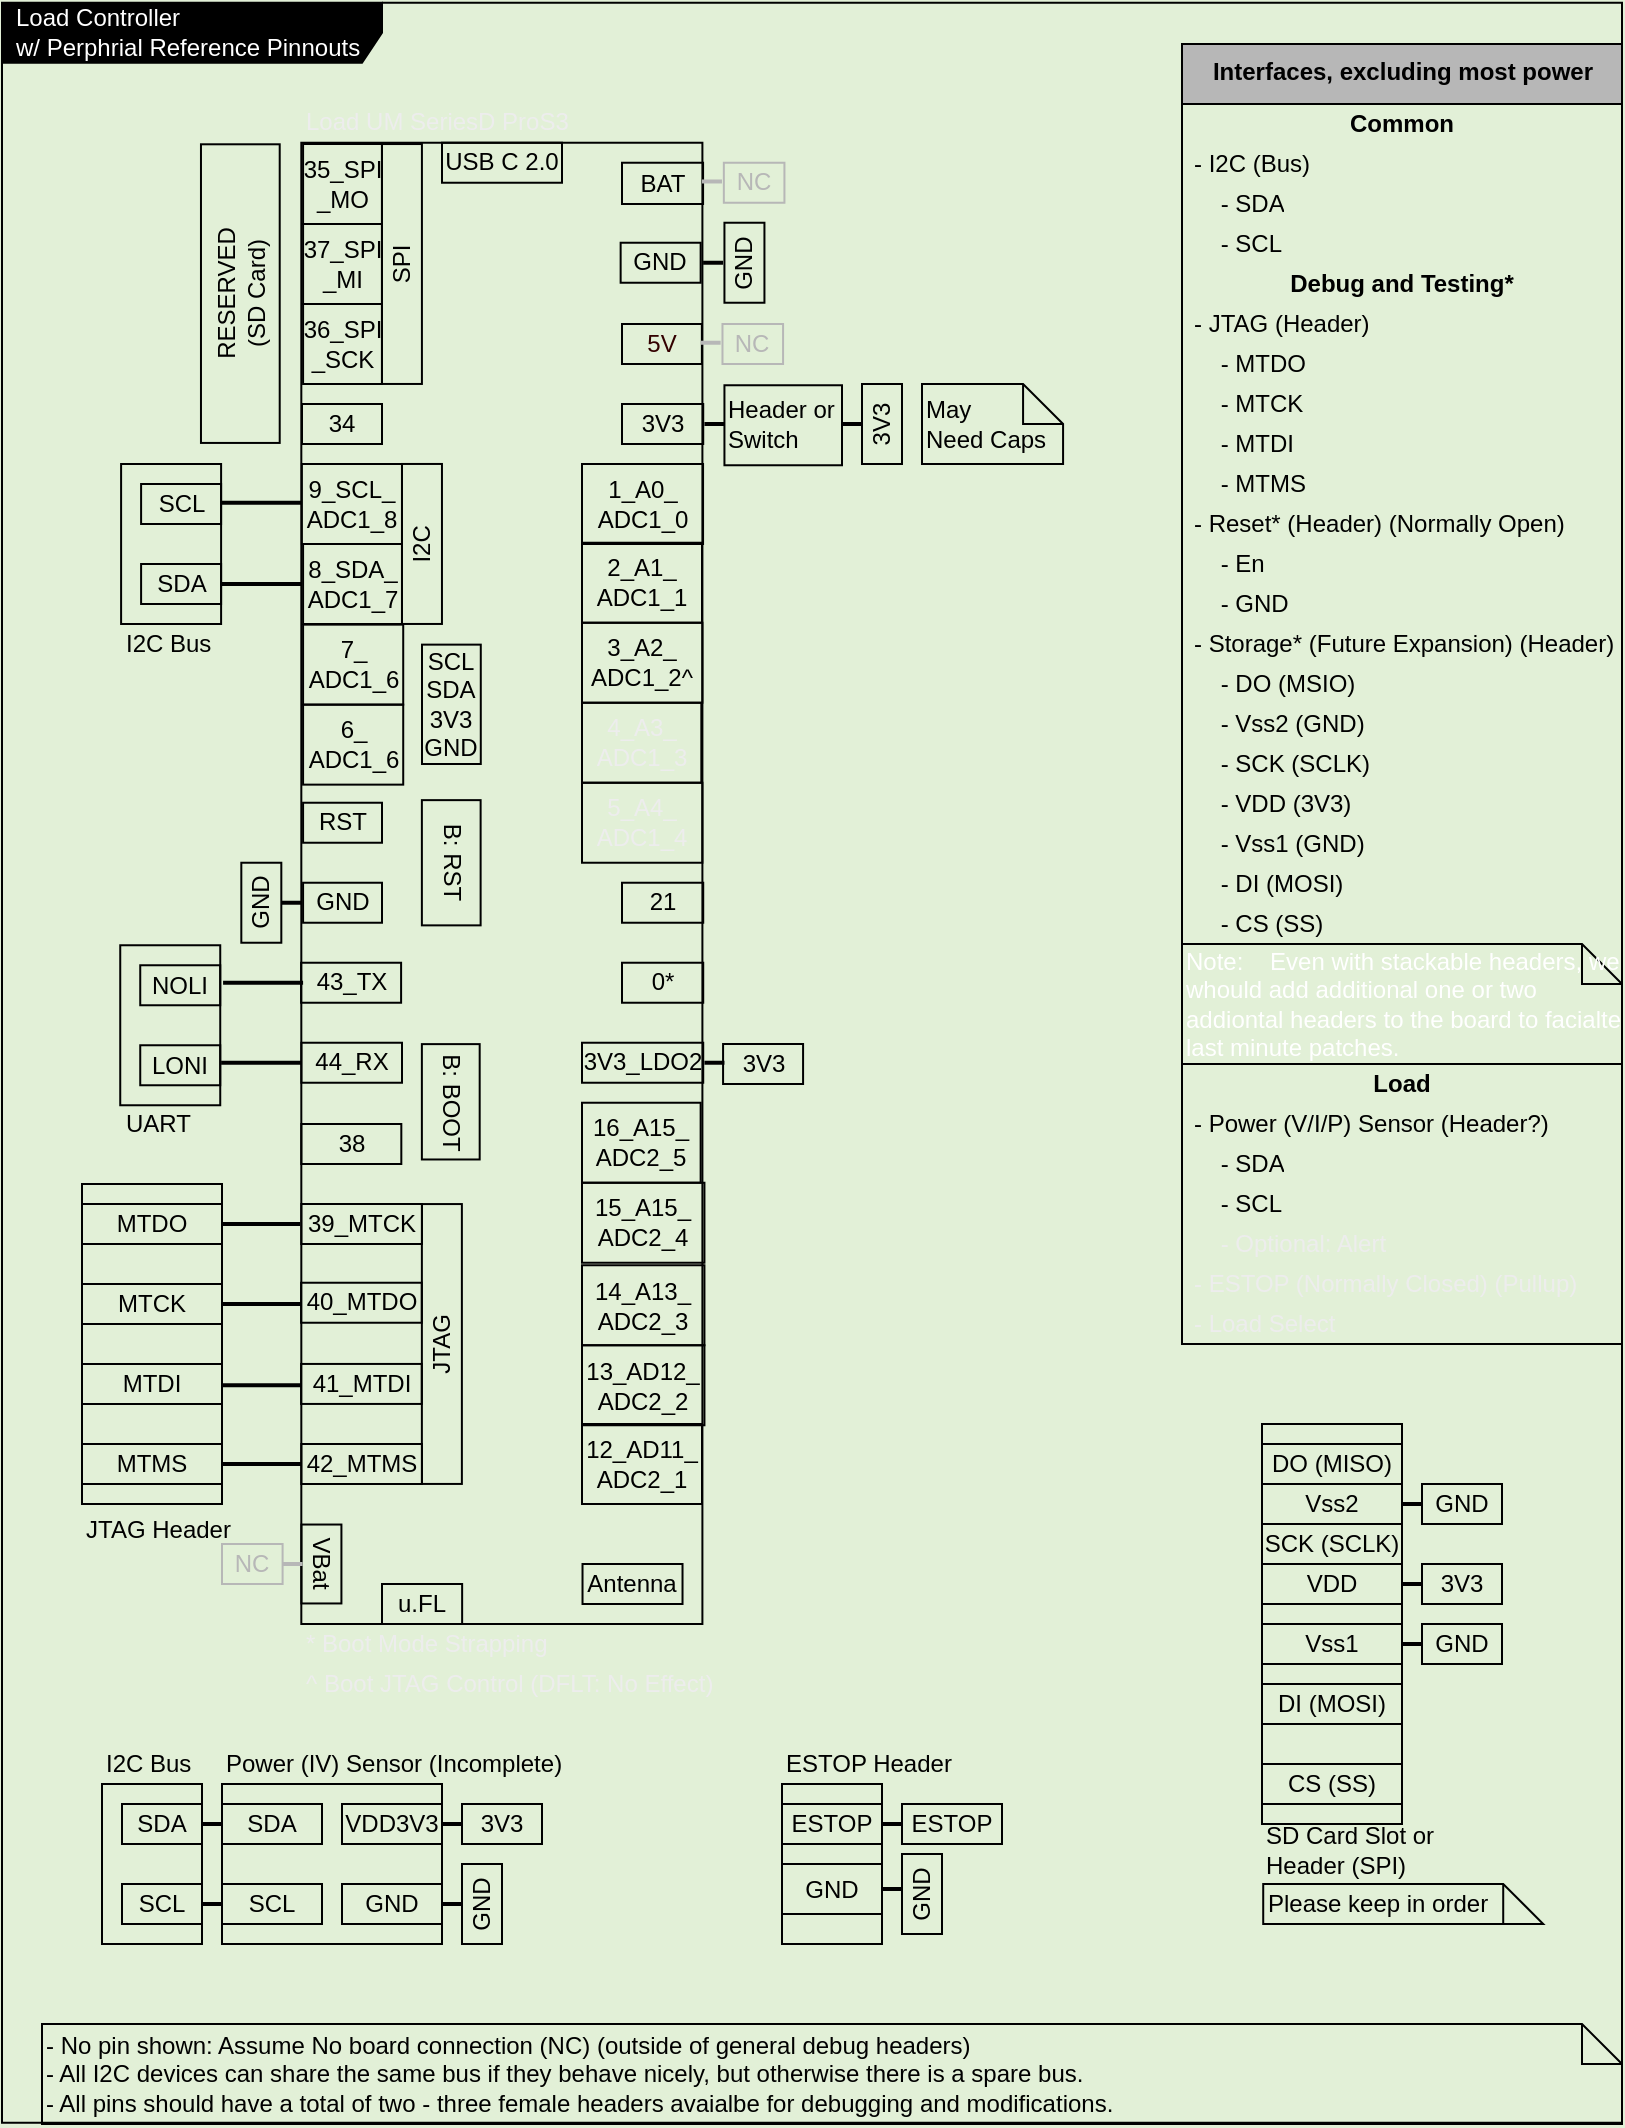
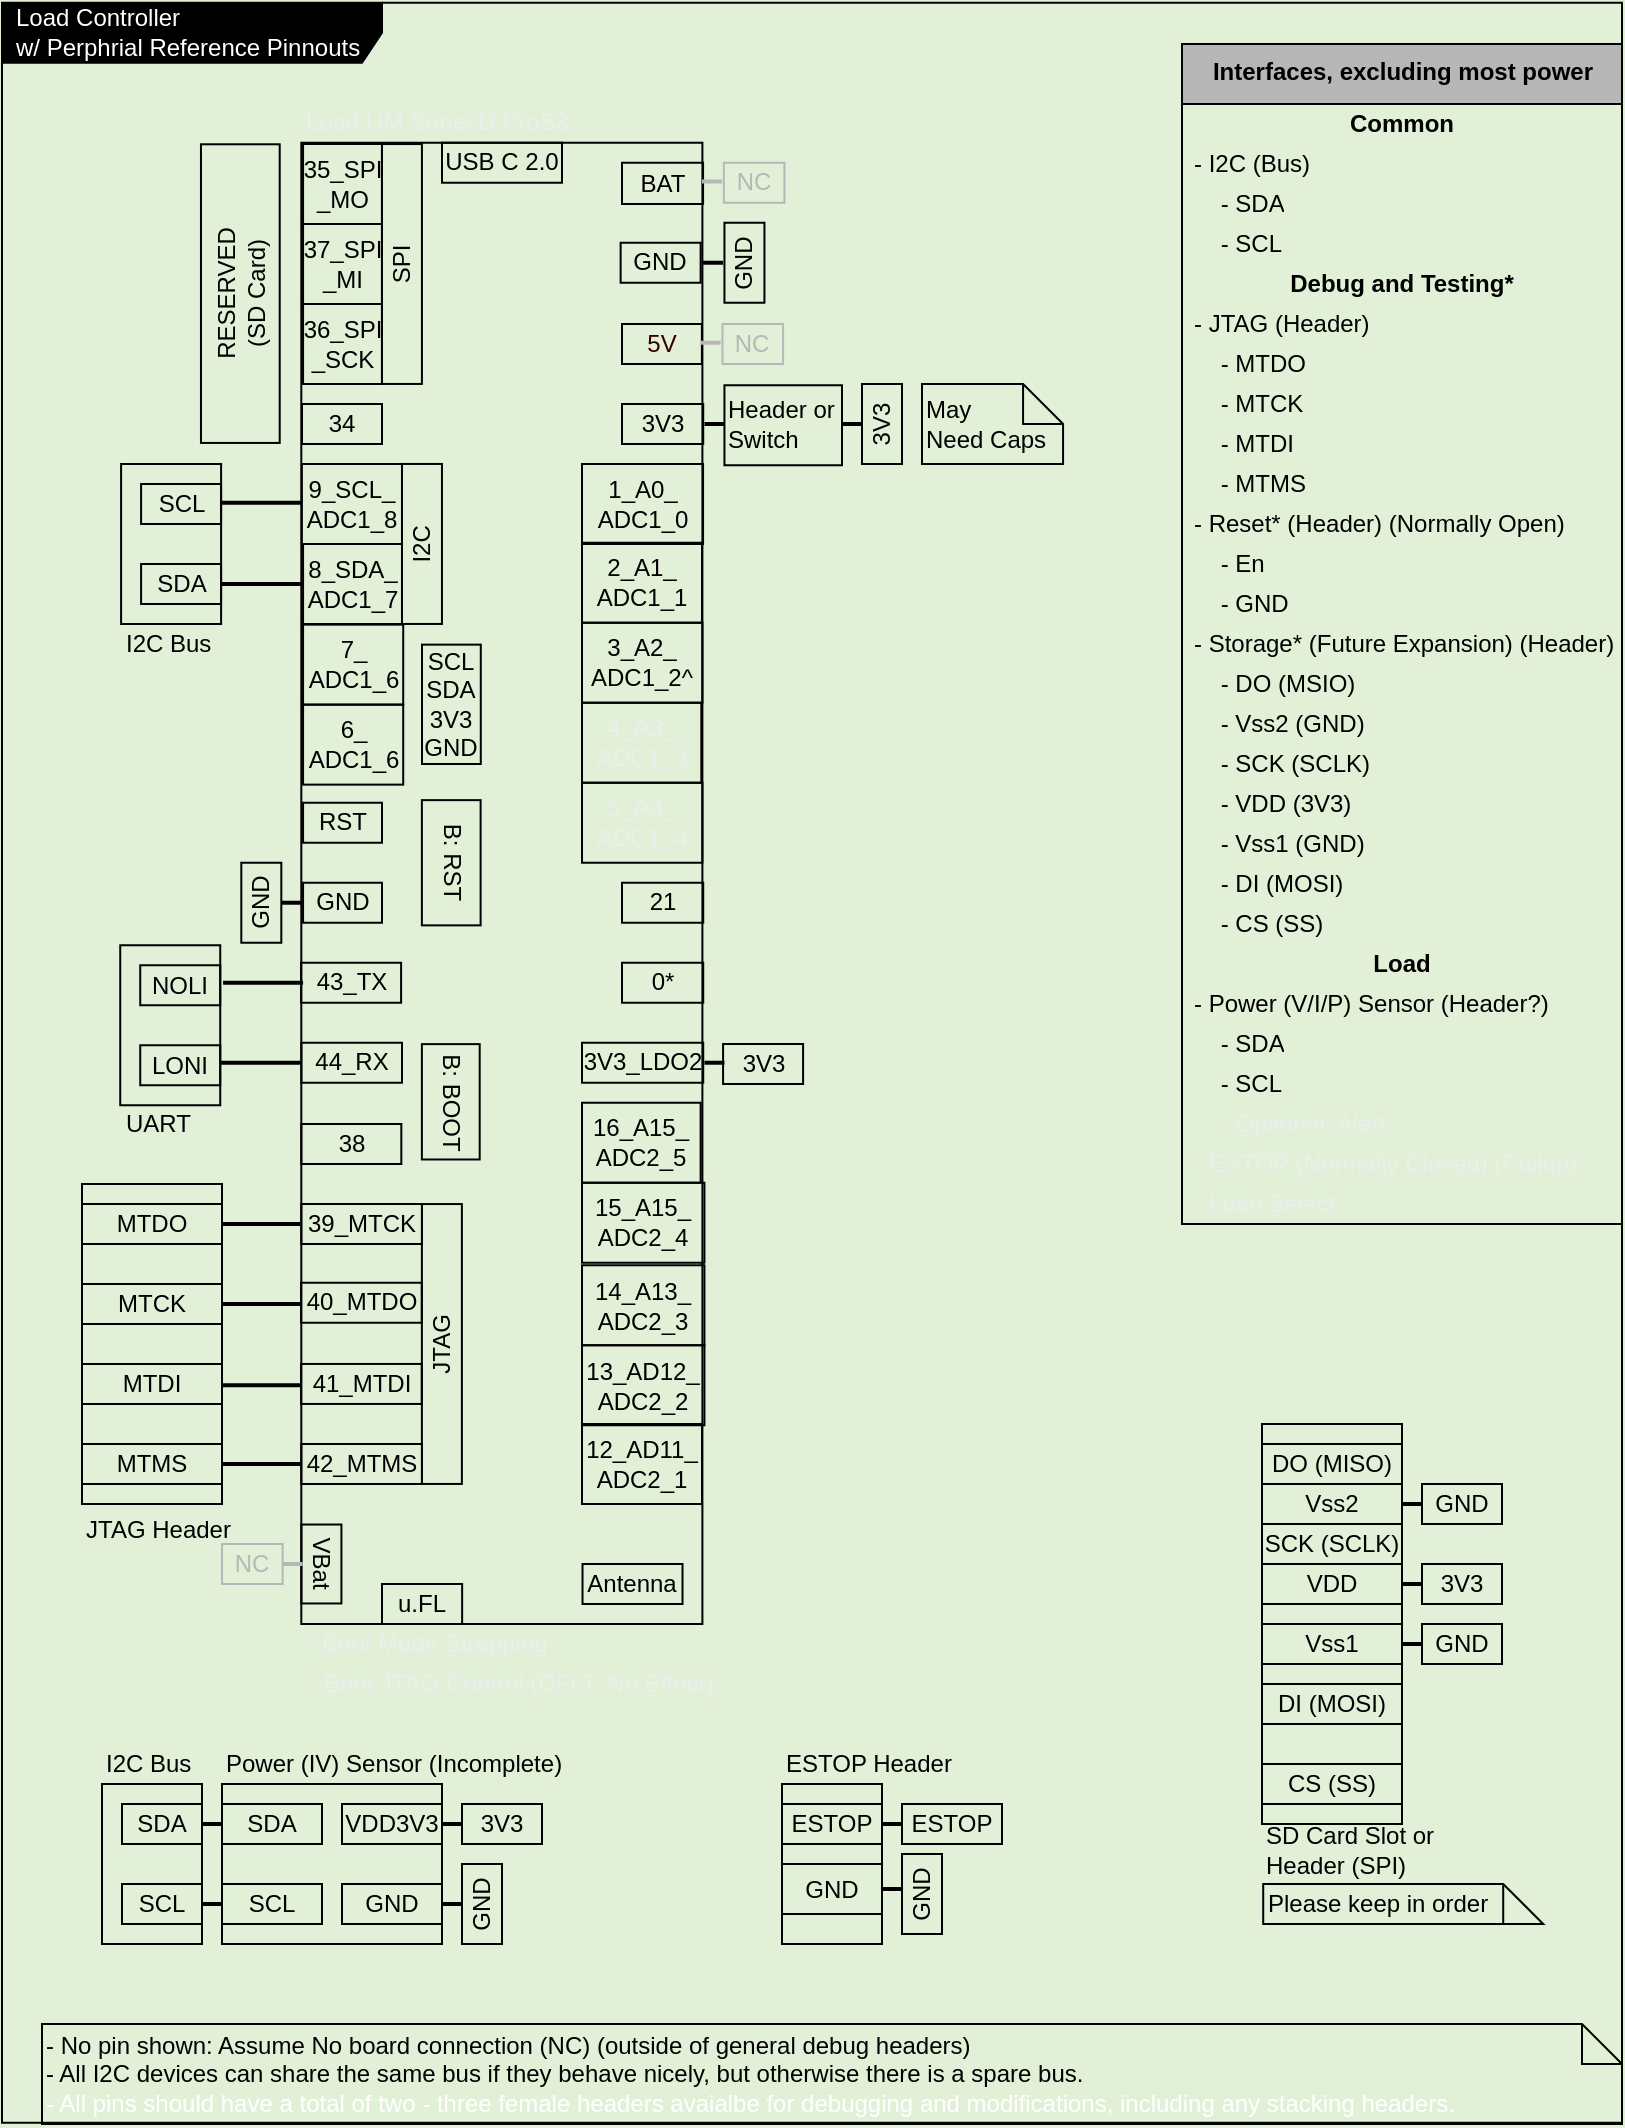
<mxfile host="65bd71144e">
    <diagram id="xW1vHMj48wwB0oUlumkL" name="Page-1">
-         <mxGraphModel dx="2023" dy="952" grid="1" gridSize="10" guides="1" tooltips="1" connect="1" arrows="1" fold="1" page="1" pageScale="1" pageWidth="850" pageHeight="1100" background="#E2F0D7" math="0" shadow="0">
+         <mxGraphModel dx="1428" dy="672" grid="1" gridSize="10" guides="1" tooltips="1" connect="1" arrows="1" fold="1" page="1" pageScale="1" pageWidth="850" pageHeight="1100" background="#E2F0D7" math="0" shadow="0">
            <root>
                <mxCell id="0"/>
                <mxCell id="1" parent="0"/>
                <mxCell id="1052" value="" style="group" vertex="1" connectable="0" parent="1">
                    <mxGeometry x="640" y="690" width="180" height="379.37" as="geometry"/>
                </mxCell>
                <mxCell id="820" value="" style="group" parent="1052" vertex="1" connectable="0">
                    <mxGeometry width="180" height="379.37" as="geometry"/>
                </mxCell>
                <mxCell id="821" value="" style="rounded=0;whiteSpace=wrap;html=1;fillColor=none;strokeColor=#000000;fontColor=#000000;container=0;" parent="820" vertex="1">
                    <mxGeometry y="30" width="70" height="200" as="geometry"/>
                </mxCell>
                <mxCell id="822" value="CS (SS)" style="text;html=1;strokeColor=#000000;fillColor=none;align=center;verticalAlign=middle;whiteSpace=wrap;rounded=0;fontColor=#000000;container=0;" parent="820" vertex="1">
                    <mxGeometry y="200" width="70" height="20" as="geometry"/>
                </mxCell>
                <mxCell id="823" value="Vss2" style="text;html=1;strokeColor=#000000;fillColor=none;align=center;verticalAlign=middle;whiteSpace=wrap;rounded=0;fontColor=#000000;container=0;" parent="820" vertex="1">
                    <mxGeometry y="60" width="70" height="20" as="geometry"/>
                </mxCell>
                <mxCell id="824" value="DI (MOSI)" style="text;html=1;strokeColor=#000000;fillColor=none;align=center;verticalAlign=middle;whiteSpace=wrap;rounded=0;fontColor=#000000;container=0;" parent="820" vertex="1">
                    <mxGeometry y="160" width="70" height="20" as="geometry"/>
                </mxCell>
                <mxCell id="825" value="SCK (SCLK)" style="text;html=1;strokeColor=#000000;fillColor=none;align=center;verticalAlign=middle;whiteSpace=wrap;rounded=0;fontColor=#000000;container=0;" parent="820" vertex="1">
                    <mxGeometry y="80" width="70" height="20" as="geometry"/>
                </mxCell>
                <mxCell id="826" value="DO (MISO)" style="text;html=1;strokeColor=#000000;fillColor=none;align=center;verticalAlign=middle;whiteSpace=wrap;rounded=0;fontColor=#000000;container=0;" parent="820" vertex="1">
                    <mxGeometry y="40" width="70" height="20" as="geometry"/>
                </mxCell>
                <mxCell id="827" value="VDD" style="text;html=1;strokeColor=#000000;fillColor=none;align=center;verticalAlign=middle;whiteSpace=wrap;rounded=0;fontColor=#000000;container=0;" parent="820" vertex="1">
                    <mxGeometry y="100" width="70" height="20" as="geometry"/>
                </mxCell>
                <mxCell id="828" value="" style="line;strokeWidth=2;html=1;strokeColor=#000000;fontColor=#000000;container=0;" parent="820" vertex="1">
                    <mxGeometry x="70" y="65" width="10" height="10" as="geometry"/>
                </mxCell>
                <mxCell id="829" value="" style="line;strokeWidth=2;html=1;strokeColor=#000000;fontColor=#000000;container=0;" parent="820" vertex="1">
                    <mxGeometry x="70" y="105" width="10" height="10" as="geometry"/>
                </mxCell>
                <mxCell id="830" value="" style="line;strokeWidth=2;html=1;strokeColor=#000000;fontColor=#000000;container=0;" parent="820" vertex="1">
                    <mxGeometry x="70" y="135" width="10" height="10" as="geometry"/>
                </mxCell>
                <mxCell id="831" value="Vss1" style="text;html=1;strokeColor=#000000;fillColor=none;align=center;verticalAlign=middle;whiteSpace=wrap;rounded=0;fontColor=#000000;container=0;" parent="820" vertex="1">
                    <mxGeometry y="130" width="70" height="20" as="geometry"/>
                </mxCell>
                <mxCell id="832" value="GND" style="text;html=1;strokeColor=#000000;fillColor=none;align=center;verticalAlign=middle;whiteSpace=wrap;rounded=0;fontColor=#000000;rotation=0;container=0;" parent="820" vertex="1">
                    <mxGeometry x="80" y="60" width="40" height="20" as="geometry"/>
                </mxCell>
                <mxCell id="833" value="3V3" style="text;html=1;strokeColor=#000000;fillColor=none;align=center;verticalAlign=middle;whiteSpace=wrap;rounded=0;fontColor=#000000;container=0;" parent="820" vertex="1">
                    <mxGeometry x="80" y="100" width="40" height="20" as="geometry"/>
                </mxCell>
                <mxCell id="834" value="GND" style="text;html=1;strokeColor=#000000;fillColor=none;align=center;verticalAlign=middle;whiteSpace=wrap;rounded=0;fontColor=#000000;rotation=0;container=0;" parent="820" vertex="1">
                    <mxGeometry x="80" y="130" width="40" height="20" as="geometry"/>
                </mxCell>
                <mxCell id="835" value="SD Card Slot or Header (SPI)" style="text;html=1;strokeColor=none;fillColor=none;align=left;verticalAlign=middle;whiteSpace=wrap;rounded=0;fontColor=#000000;container=0;" parent="820" vertex="1">
                    <mxGeometry y="230" width="90" height="25" as="geometry"/>
                </mxCell>
                <mxCell id="1039" value="&lt;font color=&quot;#ffffff&quot;&gt;Load Controller&lt;br&gt;w/ Perphrial Reference Pinnouts&lt;/font&gt;" style="shape=umlFrame;whiteSpace=wrap;html=1;width=190;height=30;boundedLbl=1;verticalAlign=middle;align=left;spacingLeft=5;fontColor=#000000;strokeColor=#000000;fillColor=#000000;gradientColor=#000000;fillStyle=solid;movable=1;resizable=1;rotatable=1;deletable=1;editable=1;connectable=1;fontStyle=4" vertex="1" parent="820">
                    <mxGeometry x="-630" y="-680.63" width="810" height="1060" as="geometry"/>
                </mxCell>
                <mxCell id="1057" value="&lt;span&gt;&lt;font style=&quot;color: light-dark(rgb(237, 237, 237), rgb(255, 255, 255));&quot;&gt;^ Boot JTAG Control (DFLT: No Effect)&lt;/font&gt;&lt;/span&gt;" style="text;html=1;strokeColor=none;fillColor=none;align=left;verticalAlign=middle;whiteSpace=wrap;rounded=0;fontColor=#000000;" vertex="1" parent="820">
                    <mxGeometry x="-480" y="150" width="210" height="20" as="geometry"/>
                </mxCell>
                <mxCell id="836" value="Please keep in order" style="shape=note;size=20;whiteSpace=wrap;html=1;strokeColor=#000000;fontColor=#000000;fillColor=none;align=left;container=0;" parent="1052" vertex="1">
                    <mxGeometry x="0.6100000000000136" y="260" width="140" height="20" as="geometry"/>
                </mxCell>
                <mxCell id="40" value="&lt;span style=&quot;color: rgba(0, 0, 0, 0); font-family: monospace; font-size: 0px; text-align: start;&quot;&gt;%3CmxGraphModel%3E%3Croot%3E%3CmxCell%20id%3D%220%22%2F%3E%3CmxCell%20id%3D%221%22%20parent%3D%220%22%2F%3E%3CmxCell%20id%3D%222%22%20value%3D%22Common%22%20style%3D%22text%3Bhtml%3D1%3BstrokeColor%3Dnone%3BfillColor%3Dnone%3Balign%3Dcenter%3BverticalAlign%3Dmiddle%3BspacingLeft%3D4%3BspacingRight%3D4%3Boverflow%3Dhidden%3Brotatable%3D0%3Bpoints%3D%5B%5B0%2C0.5%5D%2C%5B1%2C0.5%5D%5D%3BportConstraint%3Deastwest%3BfontColor%3D%23000000%3B%22%20vertex%3D%221%22%20parent%3D%221%22%3E%3CmxGeometry%20x%3D%22530%22%20y%3D%2280%22%20width%3D%22272.5%22%20height%3D%2220%22%20as%3D%22geometry%22%2F%3E%3C%2FmxCell%3E%3C%2Froot%3E%3C%2FmxGraphModel%3E&lt;/span&gt;" style="rounded=0;whiteSpace=wrap;html=1;fillColor=none;strokeColor=#000000;fontColor=#000000;" parent="1" vertex="1">
                    <mxGeometry x="159.66" y="79.37" width="200.54" height="740.63" as="geometry"/>
                </mxCell>
                <mxCell id="41" value="&lt;font style=&quot;color: light-dark(rgb(0, 0, 0), rgb(255, 255, 255));&quot;&gt;35_&lt;/font&gt;&lt;span style=&quot;background-color: transparent;&quot;&gt;&lt;font style=&quot;color: light-dark(rgb(0, 0, 0), rgb(255, 255, 255));&quot;&gt;SPI&lt;/font&gt;&lt;/span&gt;&lt;div&gt;&lt;span style=&quot;background-color: transparent;&quot;&gt;&lt;font style=&quot;color: light-dark(rgb(0, 0, 0), rgb(255, 255, 255));&quot;&gt;_MO&lt;/font&gt;&lt;/span&gt;&lt;/div&gt;" style="text;html=1;strokeColor=#000000;fillColor=none;align=center;verticalAlign=middle;whiteSpace=wrap;rounded=0;fontColor=#000000;" parent="1" vertex="1">
                    <mxGeometry x="160.54" y="80" width="39.46" height="40" as="geometry"/>
                </mxCell>
                <mxCell id="45" value="&lt;span&gt;&lt;font style=&quot;color: light-dark(rgb(237, 237, 237), rgb(255, 255, 255));&quot;&gt;Load UM SeriesD ProS3&lt;/font&gt;&lt;/span&gt;" style="text;html=1;strokeColor=none;fillColor=none;align=left;verticalAlign=middle;whiteSpace=wrap;rounded=0;fontColor=#000000;" parent="1" vertex="1">
                    <mxGeometry x="160" y="59.37" width="200.54" height="20" as="geometry"/>
                </mxCell>
                <mxCell id="46" value="21" style="text;html=1;strokeColor=#000000;fillColor=none;align=center;verticalAlign=middle;whiteSpace=wrap;rounded=0;fontColor=#000000;" parent="1" vertex="1">
                    <mxGeometry x="320" y="449.37" width="40.61" height="20" as="geometry"/>
                </mxCell>
                <mxCell id="50" value="34" style="text;html=1;strokeColor=#000000;fillColor=none;align=center;verticalAlign=middle;whiteSpace=wrap;rounded=0;fontColor=#000000;" parent="1" vertex="1">
                    <mxGeometry x="159.99999999999997" y="210" width="40" height="20" as="geometry"/>
                </mxCell>
                <mxCell id="62" value="&lt;font style=&quot;color: light-dark(rgb(0, 0, 0), rgb(255, 255, 255));&quot;&gt;37_&lt;/font&gt;&lt;span style=&quot;background-color: transparent;&quot;&gt;&lt;font style=&quot;color: light-dark(rgb(0, 0, 0), rgb(255, 255, 255));&quot;&gt;SPI&lt;/font&gt;&lt;/span&gt;&lt;div&gt;&lt;font style=&quot;color: light-dark(rgb(0, 0, 0), rgb(255, 255, 255));&quot;&gt;_MI&lt;/font&gt;&lt;/div&gt;" style="text;html=1;strokeColor=#000000;fillColor=none;align=center;verticalAlign=middle;whiteSpace=wrap;rounded=0;fontColor=#000000;" parent="1" vertex="1">
                    <mxGeometry x="160.54" y="120" width="39.46" height="40" as="geometry"/>
                </mxCell>
                <mxCell id="64" value="&lt;font style=&quot;color: light-dark(rgb(0, 0, 0), rgb(255, 255, 255));&quot;&gt;36_&lt;/font&gt;&lt;span style=&quot;background-color: transparent;&quot;&gt;&lt;font style=&quot;color: light-dark(rgb(0, 0, 0), rgb(255, 255, 255));&quot;&gt;SPI&lt;/font&gt;&lt;/span&gt;&lt;div&gt;&lt;span style=&quot;background-color: transparent;&quot;&gt;&lt;font style=&quot;color: light-dark(rgb(0, 0, 0), rgb(255, 255, 255));&quot;&gt;_&lt;/font&gt;&lt;/span&gt;&lt;span style=&quot;background-color: transparent;&quot;&gt;&lt;font style=&quot;color: light-dark(rgb(0, 0, 0), rgb(255, 255, 255));&quot;&gt;SCK&lt;/font&gt;&lt;/span&gt;&lt;/div&gt;" style="text;html=1;strokeColor=#000000;fillColor=none;align=center;verticalAlign=middle;whiteSpace=wrap;rounded=0;fontColor=#000000;" parent="1" vertex="1">
                    <mxGeometry x="160.54" y="160" width="39.46" height="40" as="geometry"/>
                </mxCell>
                <mxCell id="66" value="RST" style="text;html=1;strokeColor=#000000;fillColor=none;align=center;verticalAlign=middle;whiteSpace=wrap;rounded=0;fontColor=#000000;" parent="1" vertex="1">
                    <mxGeometry x="160.54" y="409.37" width="39.46" height="20" as="geometry"/>
                </mxCell>
                <mxCell id="73" value="1_A0_&lt;br&gt;ADC1_0" style="text;html=1;strokeColor=#000000;fillColor=none;align=center;verticalAlign=middle;whiteSpace=wrap;rounded=0;fontColor=#000000;" parent="1" vertex="1">
                    <mxGeometry x="300" y="240" width="60.53" height="40" as="geometry"/>
                </mxCell>
                <mxCell id="110" value="&lt;span&gt;&lt;font style=&quot;color: light-dark(rgb(237, 237, 237), rgb(255, 255, 255));&quot;&gt;5_A4_&lt;br&gt;ADC1_4&lt;/font&gt;&lt;/span&gt;" style="text;html=1;strokeColor=#000000;fillColor=none;align=center;verticalAlign=middle;whiteSpace=wrap;rounded=0;fontColor=#000000;" parent="1" vertex="1">
                    <mxGeometry x="300" y="399.37" width="60.2" height="40" as="geometry"/>
                </mxCell>
                <mxCell id="111" value="43_TX" style="text;html=1;strokeColor=#000000;fillColor=none;align=center;verticalAlign=middle;whiteSpace=wrap;rounded=0;fontColor=#000000;" parent="1" vertex="1">
                    <mxGeometry x="159.54999999999995" y="489.37" width="50" height="20" as="geometry"/>
                </mxCell>
                <mxCell id="113" value="44_RX" style="text;html=1;strokeColor=#000000;fillColor=none;align=center;verticalAlign=middle;whiteSpace=wrap;rounded=0;fontColor=#000000;" parent="1" vertex="1">
                    <mxGeometry x="159.69" y="529.37" width="50.31" height="20" as="geometry"/>
                </mxCell>
                <mxCell id="115" value="5V" style="text;html=1;strokeColor=#000000;fillColor=none;align=center;verticalAlign=middle;whiteSpace=wrap;rounded=0;fontColor=#330000;" parent="1" vertex="1">
                    <mxGeometry x="320" y="170" width="39.94" height="20" as="geometry"/>
                </mxCell>
                <mxCell id="131" value="USB C 2.0" style="text;html=1;strokeColor=#000000;fillColor=none;align=center;verticalAlign=middle;whiteSpace=wrap;rounded=0;fontColor=#000000;" parent="1" vertex="1">
                    <mxGeometry x="230" y="79.37" width="60" height="20" as="geometry"/>
                </mxCell>
                <mxCell id="297" value="&lt;font style=&quot;color: light-dark(rgb(0, 0, 0), rgb(255, 255, 255));&quot;&gt;&lt;b style=&quot;&quot;&gt;Interfaces, excluding most power&lt;/b&gt;&lt;/font&gt;" style="swimlane;fontStyle=0;align=center;verticalAlign=top;childLayout=stackLayout;horizontal=1;startSize=30;horizontalStack=0;resizeParent=1;resizeParentMax=0;resizeLast=0;collapsible=0;marginBottom=0;html=1;fontColor=#000000;strokeColor=#000000;fillColor=#b7b7b7;" parent="1" vertex="1">
-                     <mxGeometry x="600" y="30" width="220" height="650" as="geometry"/>
+                     <mxGeometry x="600" y="30" width="220" height="590" as="geometry"/>
                </mxCell>
                <mxCell id="298" value="&lt;b&gt;&lt;font style=&quot;color: light-dark(rgb(0, 0, 0), rgb(255, 255, 255));&quot;&gt;Common&lt;/font&gt;&lt;/b&gt;" style="text;html=1;strokeColor=none;fillColor=none;align=center;verticalAlign=middle;spacingLeft=4;spacingRight=4;overflow=hidden;rotatable=0;points=[[0,0.5],[1,0.5]];portConstraint=eastwest;fontColor=#000000;" parent="297" vertex="1">
                    <mxGeometry y="30" width="220" height="20" as="geometry"/>
                </mxCell>
                <mxCell id="299" value="- I2C (Bus)" style="text;html=1;align=left;verticalAlign=middle;spacingLeft=4;spacingRight=4;overflow=hidden;rotatable=0;points=[[0,0.5],[1,0.5]];portConstraint=eastwest;fontColor=#000000;strokeColor=none;" parent="297" vertex="1">
                    <mxGeometry y="50" width="220" height="20" as="geometry"/>
                </mxCell>
                <mxCell id="300" value="&amp;nbsp; &amp;nbsp; - SDA" style="text;html=1;align=left;verticalAlign=middle;spacingLeft=4;spacingRight=4;overflow=hidden;rotatable=0;points=[[0,0.5],[1,0.5]];portConstraint=eastwest;fontColor=#000000;strokeColor=none;" parent="297" vertex="1">
                    <mxGeometry y="70" width="220" height="20" as="geometry"/>
                </mxCell>
                <mxCell id="301" value="&amp;nbsp; &amp;nbsp; - SCL" style="text;html=1;align=left;verticalAlign=middle;spacingLeft=4;spacingRight=4;overflow=hidden;rotatable=0;points=[[0,0.5],[1,0.5]];portConstraint=eastwest;fontColor=#000000;strokeColor=none;" parent="297" vertex="1">
                    <mxGeometry y="90" width="220" height="20" as="geometry"/>
                </mxCell>
                <mxCell id="302" value="&lt;b&gt;&lt;font style=&quot;color: light-dark(rgb(0, 0, 0), rgb(255, 255, 255));&quot;&gt;Debug and Testing*&lt;/font&gt;&lt;/b&gt;" style="text;html=1;strokeColor=none;fillColor=none;align=center;verticalAlign=middle;spacingLeft=4;spacingRight=4;overflow=hidden;rotatable=0;points=[[0,0.5],[1,0.5]];portConstraint=eastwest;fontColor=#000000;" parent="297" vertex="1">
                    <mxGeometry y="110" width="220" height="20" as="geometry"/>
                </mxCell>
                <mxCell id="309" value="- JTAG (Header)" style="text;html=1;align=left;verticalAlign=middle;spacingLeft=4;spacingRight=4;overflow=hidden;rotatable=0;points=[[0,0.5],[1,0.5]];portConstraint=eastwest;fontColor=#000000;strokeColor=none;" parent="297" vertex="1">
                    <mxGeometry y="130" width="220" height="20" as="geometry"/>
                </mxCell>
                <mxCell id="313" value="&amp;nbsp; &amp;nbsp; - MTDO" style="text;html=1;align=left;verticalAlign=middle;spacingLeft=4;spacingRight=4;overflow=hidden;rotatable=0;points=[[0,0.5],[1,0.5]];portConstraint=eastwest;fontColor=#000000;strokeColor=none;" parent="297" vertex="1">
                    <mxGeometry y="150" width="220" height="20" as="geometry"/>
                </mxCell>
                <mxCell id="314" value="&amp;nbsp; &amp;nbsp; - MTCK" style="text;html=1;align=left;verticalAlign=middle;spacingLeft=4;spacingRight=4;overflow=hidden;rotatable=0;points=[[0,0.5],[1,0.5]];portConstraint=eastwest;fontColor=#000000;strokeColor=none;" parent="297" vertex="1">
                    <mxGeometry y="170" width="220" height="20" as="geometry"/>
                </mxCell>
                <mxCell id="315" value="&amp;nbsp; &amp;nbsp; - MTDI" style="text;html=1;align=left;verticalAlign=middle;spacingLeft=4;spacingRight=4;overflow=hidden;rotatable=0;points=[[0,0.5],[1,0.5]];portConstraint=eastwest;fontColor=#000000;strokeColor=none;" parent="297" vertex="1">
                    <mxGeometry y="190" width="220" height="20" as="geometry"/>
                </mxCell>
                <mxCell id="310" value="&amp;nbsp; &amp;nbsp; - MTMS" style="text;html=1;align=left;verticalAlign=middle;spacingLeft=4;spacingRight=4;overflow=hidden;rotatable=0;points=[[0,0.5],[1,0.5]];portConstraint=eastwest;fontColor=#000000;strokeColor=none;" parent="297" vertex="1">
                    <mxGeometry y="210" width="220" height="20" as="geometry"/>
                </mxCell>
                <mxCell id="303" value="- Reset* (Header) (Normally Open)" style="text;html=1;align=left;verticalAlign=middle;spacingLeft=4;spacingRight=4;overflow=hidden;rotatable=0;points=[[0,0.5],[1,0.5]];portConstraint=eastwest;fontColor=#000000;strokeColor=none;" parent="297" vertex="1">
                    <mxGeometry y="230" width="220" height="20" as="geometry"/>
                </mxCell>
                <mxCell id="304" value="&amp;nbsp; &amp;nbsp; - En" style="text;html=1;align=left;verticalAlign=middle;spacingLeft=4;spacingRight=4;overflow=hidden;rotatable=0;points=[[0,0.5],[1,0.5]];portConstraint=eastwest;fontColor=#000000;strokeColor=none;" parent="297" vertex="1">
                    <mxGeometry y="250" width="220" height="20" as="geometry"/>
                </mxCell>
                <mxCell id="305" value="&amp;nbsp; &amp;nbsp; - GND" style="text;html=1;align=left;verticalAlign=middle;spacingLeft=4;spacingRight=4;overflow=hidden;rotatable=0;points=[[0,0.5],[1,0.5]];portConstraint=eastwest;fontColor=#000000;strokeColor=none;" parent="297" vertex="1">
                    <mxGeometry y="270" width="220" height="20" as="geometry"/>
                </mxCell>
                <mxCell id="316" value="- Storage* (Future Expansion) (Header)" style="text;html=1;align=left;verticalAlign=middle;spacingLeft=4;spacingRight=4;overflow=hidden;rotatable=0;points=[[0,0.5],[1,0.5]];portConstraint=eastwest;fontColor=#000000;strokeColor=none;" parent="297" vertex="1">
                    <mxGeometry y="290" width="220" height="20" as="geometry"/>
                </mxCell>
                <mxCell id="317" value="&lt;font style=&quot;&quot;&gt;&lt;font style=&quot;color: light-dark(rgb(0, 0, 0), rgb(255, 255, 255));&quot;&gt;&amp;nbsp; &amp;nbsp; -&amp;nbsp;&lt;/font&gt;&lt;span style=&quot;text-align: center;&quot;&gt;&lt;font style=&quot;color: light-dark(rgb(0, 0, 0), rgb(255, 255, 255));&quot;&gt;DO (MSIO)&lt;/font&gt;&lt;/span&gt;&lt;/font&gt;" style="text;html=1;align=left;verticalAlign=middle;spacingLeft=4;spacingRight=4;overflow=hidden;rotatable=0;points=[[0,0.5],[1,0.5]];portConstraint=eastwest;fontColor=#000000;strokeColor=none;" parent="297" vertex="1">
                    <mxGeometry y="310" width="220" height="20" as="geometry"/>
                </mxCell>
                <mxCell id="318" value="&amp;nbsp; &amp;nbsp; - Vss2 (GND)" style="text;html=1;align=left;verticalAlign=middle;spacingLeft=4;spacingRight=4;overflow=hidden;rotatable=0;points=[[0,0.5],[1,0.5]];portConstraint=eastwest;fontColor=#000000;strokeColor=none;" parent="297" vertex="1">
                    <mxGeometry y="330" width="220" height="20" as="geometry"/>
                </mxCell>
                <mxCell id="319" value="&lt;font&gt;&lt;font style=&quot;color: light-dark(rgb(0, 0, 0), rgb(255, 255, 255));&quot;&gt;&amp;nbsp; &amp;nbsp; -&amp;nbsp;&lt;/font&gt;&lt;span style=&quot;text-align: center;&quot;&gt;&lt;font style=&quot;color: light-dark(rgb(0, 0, 0), rgb(255, 255, 255));&quot;&gt;SCK (SCLK)&lt;/font&gt;&lt;/span&gt;&lt;/font&gt;" style="text;html=1;align=left;verticalAlign=middle;spacingLeft=4;spacingRight=4;overflow=hidden;rotatable=0;points=[[0,0.5],[1,0.5]];portConstraint=eastwest;fontColor=#000000;strokeColor=none;" parent="297" vertex="1">
                    <mxGeometry y="350" width="220" height="20" as="geometry"/>
                </mxCell>
                <mxCell id="320" value="&amp;nbsp; &amp;nbsp; - VDD (3V3)" style="text;html=1;align=left;verticalAlign=middle;spacingLeft=4;spacingRight=4;overflow=hidden;rotatable=0;points=[[0,0.5],[1,0.5]];portConstraint=eastwest;fontColor=#000000;strokeColor=none;" parent="297" vertex="1">
                    <mxGeometry y="370" width="220" height="20" as="geometry"/>
                </mxCell>
                <mxCell id="321" value="&amp;nbsp; &amp;nbsp; - Vss1 (GND)" style="text;html=1;align=left;verticalAlign=middle;spacingLeft=4;spacingRight=4;overflow=hidden;rotatable=0;points=[[0,0.5],[1,0.5]];portConstraint=eastwest;fontColor=#000000;strokeColor=none;" parent="297" vertex="1">
                    <mxGeometry y="390" width="220" height="20" as="geometry"/>
                </mxCell>
                <mxCell id="322" value="&lt;font style=&quot;&quot;&gt;&lt;font style=&quot;color: light-dark(rgb(0, 0, 0), rgb(255, 255, 255));&quot;&gt;&amp;nbsp; &amp;nbsp; -&amp;nbsp;&lt;/font&gt;&lt;span style=&quot;text-align: center;&quot;&gt;&lt;font style=&quot;color: light-dark(rgb(0, 0, 0), rgb(255, 255, 255));&quot;&gt;DI (MOSI)&lt;/font&gt;&lt;/span&gt;&lt;/font&gt;" style="text;html=1;align=left;verticalAlign=middle;spacingLeft=4;spacingRight=4;overflow=hidden;rotatable=0;points=[[0,0.5],[1,0.5]];portConstraint=eastwest;fontColor=#000000;strokeColor=none;" parent="297" vertex="1">
                    <mxGeometry y="410" width="220" height="20" as="geometry"/>
                </mxCell>
                <mxCell id="323" value="&amp;nbsp; &amp;nbsp; - CS (SS)" style="text;html=1;align=left;verticalAlign=middle;spacingLeft=4;spacingRight=4;overflow=hidden;rotatable=0;points=[[0,0.5],[1,0.5]];portConstraint=eastwest;fontColor=#000000;strokeColor=none;" parent="297" vertex="1">
                    <mxGeometry y="430" width="220" height="20" as="geometry"/>
                </mxCell>
-                 <mxCell id="324" value="&lt;span&gt;&lt;font style=&quot;color: light-dark(rgb(255, 255, 255), rgb(255, 255, 255));&quot;&gt;Note:&amp;nbsp; &amp;nbsp; Even with stackable headers, we whould add additional one or two addiontal headers to the board to facialte last minute patches.&lt;/font&gt;&lt;/span&gt;" style="shape=note;size=20;whiteSpace=wrap;html=1;strokeColor=#000000;fontColor=#000000;fillColor=none;align=left;" parent="297" vertex="1">
-                     <mxGeometry y="450" width="220" height="60" as="geometry"/>
-                 </mxCell>
                <mxCell id="509" value="&lt;b&gt;&lt;font style=&quot;color: light-dark(rgb(0, 0, 0), rgb(255, 255, 255));&quot;&gt;Load&lt;/font&gt;&lt;/b&gt;" style="text;html=1;strokeColor=none;fillColor=none;align=center;verticalAlign=middle;spacingLeft=4;spacingRight=4;overflow=hidden;rotatable=0;points=[[0,0.5],[1,0.5]];portConstraint=eastwest;fontColor=#000000;" parent="297" vertex="1">
+                     <mxGeometry y="450" width="220" height="20" as="geometry"/>
+                 </mxCell>
+                 <mxCell id="510" value="&lt;font style=&quot;color: light-dark(rgb(0, 0, 0), rgb(255, 255, 255));&quot;&gt;- Power (V/I/P) Sensor (Header?)&lt;span style=&quot;scrollbar-color: rgb(75, 75, 75) rgb(27, 29, 30); font-family: monospace; font-size: 0px;&quot;&gt;%3CmxGraphModel%3E%3Croot%3E%3CmxCell%20id%3D%220%22%2F%3E%3CmxCell%20id%3D%221%22%20parent%3D%220%22%2F%3E%3CmxCell%20id%3D%222%22%20value%3D%22%26amp%3Bnbsp%3B%20%26amp%3Bnbsp%3B%20-%20CS%20(SS)%22%20style%3D%22text%3Bhtml%3D1%3Balign%3Dleft%3BverticalAlign%3Dmiddle%3BspacingLeft%3D4%3BspacingRight%3D4%3Boverflow%3Dhidden%3Brotatable%3D0%3Bpoints%3D%5B%5B0%2C0.5%5D%2C%5B1%2C0.5%5D%5D%3BportConstraint%3Deastwest%3BfontColor%3D%23000000%3BstrokeColor%3Dnone%3B%22%20vertex%3D%221%22%20parent%3D%221%22%3E%3CmxGeometry%20x%3D%22610%22%20y%3D%22575%22%20width%3D%22220%22%20height%3D%2220%22%20as%3D%22geometry%22%2F%3E%3C%2FmxCell%3E%3C%2Froot%3E%3C%2FmxGraphModel%3E&lt;/span&gt;&lt;/font&gt;" style="text;html=1;align=left;verticalAlign=middle;spacingLeft=4;spacingRight=4;overflow=hidden;rotatable=0;points=[[0,0.5],[1,0.5]];portConstraint=eastwest;fontColor=#000000;strokeColor=none;" parent="297" vertex="1">
+                     <mxGeometry y="470" width="220" height="20" as="geometry"/>
+                 </mxCell>
+                 <mxCell id="617" value="&amp;nbsp; &amp;nbsp; - SDA" style="text;html=1;align=left;verticalAlign=middle;spacingLeft=4;spacingRight=4;overflow=hidden;rotatable=0;points=[[0,0.5],[1,0.5]];portConstraint=eastwest;fontColor=#000000;strokeColor=none;" parent="297" vertex="1">
+                     <mxGeometry y="490" width="220" height="20" as="geometry"/>
+                 </mxCell>
+                 <mxCell id="618" value="&amp;nbsp; &amp;nbsp; - SCL" style="text;html=1;align=left;verticalAlign=middle;spacingLeft=4;spacingRight=4;overflow=hidden;rotatable=0;points=[[0,0.5],[1,0.5]];portConstraint=eastwest;fontColor=#000000;strokeColor=none;" parent="297" vertex="1">
                    <mxGeometry y="510" width="220" height="20" as="geometry"/>
                </mxCell>
-                 <mxCell id="510" value="&lt;font style=&quot;color: light-dark(rgb(0, 0, 0), rgb(255, 255, 255));&quot;&gt;- Power (V/I/P) Sensor (Header?)&lt;span style=&quot;scrollbar-color: rgb(75, 75, 75) rgb(27, 29, 30); font-family: monospace; font-size: 0px;&quot;&gt;%3CmxGraphModel%3E%3Croot%3E%3CmxCell%20id%3D%220%22%2F%3E%3CmxCell%20id%3D%221%22%20parent%3D%220%22%2F%3E%3CmxCell%20id%3D%222%22%20value%3D%22%26amp%3Bnbsp%3B%20%26amp%3Bnbsp%3B%20-%20CS%20(SS)%22%20style%3D%22text%3Bhtml%3D1%3Balign%3Dleft%3BverticalAlign%3Dmiddle%3BspacingLeft%3D4%3BspacingRight%3D4%3Boverflow%3Dhidden%3Brotatable%3D0%3Bpoints%3D%5B%5B0%2C0.5%5D%2C%5B1%2C0.5%5D%5D%3BportConstraint%3Deastwest%3BfontColor%3D%23000000%3BstrokeColor%3Dnone%3B%22%20vertex%3D%221%22%20parent%3D%221%22%3E%3CmxGeometry%20x%3D%22610%22%20y%3D%22575%22%20width%3D%22220%22%20height%3D%2220%22%20as%3D%22geometry%22%2F%3E%3C%2FmxCell%3E%3C%2Froot%3E%3C%2FmxGraphModel%3E&lt;/span&gt;&lt;/font&gt;" style="text;html=1;align=left;verticalAlign=middle;spacingLeft=4;spacingRight=4;overflow=hidden;rotatable=0;points=[[0,0.5],[1,0.5]];portConstraint=eastwest;fontColor=#000000;strokeColor=none;" parent="297" vertex="1">
+                 <mxCell id="515" value="&lt;span&gt;&lt;font style=&quot;color: light-dark(rgb(237, 237, 237), rgb(255, 255, 255));&quot;&gt;&amp;nbsp; &amp;nbsp; - Optional: Alert&lt;/font&gt;&lt;/span&gt;" style="text;html=1;align=left;verticalAlign=middle;spacingLeft=4;spacingRight=4;overflow=hidden;rotatable=0;points=[[0,0.5],[1,0.5]];portConstraint=eastwest;fontColor=#000000;strokeColor=none;" parent="297" vertex="1">
                    <mxGeometry y="530" width="220" height="20" as="geometry"/>
                </mxCell>
-                 <mxCell id="617" value="&amp;nbsp; &amp;nbsp; - SDA" style="text;html=1;align=left;verticalAlign=middle;spacingLeft=4;spacingRight=4;overflow=hidden;rotatable=0;points=[[0,0.5],[1,0.5]];portConstraint=eastwest;fontColor=#000000;strokeColor=none;" parent="297" vertex="1">
+                 <mxCell id="516" value="&lt;span&gt;&lt;font style=&quot;color: light-dark(rgb(237, 237, 237), rgb(255, 255, 255));&quot;&gt;- ESTOP (Normally Closed) (Pullup)&lt;/font&gt;&lt;/span&gt;" style="text;html=1;align=left;verticalAlign=middle;spacingLeft=4;spacingRight=4;overflow=hidden;rotatable=0;points=[[0,0.5],[1,0.5]];portConstraint=eastwest;fontColor=#000000;strokeColor=none;" parent="297" vertex="1">
                    <mxGeometry y="550" width="220" height="20" as="geometry"/>
                </mxCell>
-                 <mxCell id="618" value="&amp;nbsp; &amp;nbsp; - SCL" style="text;html=1;align=left;verticalAlign=middle;spacingLeft=4;spacingRight=4;overflow=hidden;rotatable=0;points=[[0,0.5],[1,0.5]];portConstraint=eastwest;fontColor=#000000;strokeColor=none;" parent="297" vertex="1">
+                 <mxCell id="1044" value="&lt;span&gt;&lt;font style=&quot;color: light-dark(rgb(237, 237, 237), rgb(255, 255, 255));&quot;&gt;- Load Select&lt;/font&gt;&lt;/span&gt;" style="text;html=1;align=left;verticalAlign=middle;spacingLeft=4;spacingRight=4;overflow=hidden;rotatable=0;points=[[0,0.5],[1,0.5]];portConstraint=eastwest;fontColor=#000000;strokeColor=none;" vertex="1" parent="297">
                    <mxGeometry y="570" width="220" height="20" as="geometry"/>
-                 </mxCell>
-                 <mxCell id="515" value="&lt;span&gt;&lt;font style=&quot;color: light-dark(rgb(237, 237, 237), rgb(255, 255, 255));&quot;&gt;&amp;nbsp; &amp;nbsp; - Optional: Alert&lt;/font&gt;&lt;/span&gt;" style="text;html=1;align=left;verticalAlign=middle;spacingLeft=4;spacingRight=4;overflow=hidden;rotatable=0;points=[[0,0.5],[1,0.5]];portConstraint=eastwest;fontColor=#000000;strokeColor=none;" parent="297" vertex="1">
-                     <mxGeometry y="590" width="220" height="20" as="geometry"/>
-                 </mxCell>
-                 <mxCell id="516" value="&lt;span&gt;&lt;font style=&quot;color: light-dark(rgb(237, 237, 237), rgb(255, 255, 255));&quot;&gt;- ESTOP (Normally Closed) (Pullup)&lt;/font&gt;&lt;/span&gt;" style="text;html=1;align=left;verticalAlign=middle;spacingLeft=4;spacingRight=4;overflow=hidden;rotatable=0;points=[[0,0.5],[1,0.5]];portConstraint=eastwest;fontColor=#000000;strokeColor=none;" parent="297" vertex="1">
-                     <mxGeometry y="610" width="220" height="20" as="geometry"/>
-                 </mxCell>
-                 <mxCell id="1044" value="&lt;span&gt;&lt;font style=&quot;color: light-dark(rgb(237, 237, 237), rgb(255, 255, 255));&quot;&gt;- Load Select&lt;/font&gt;&lt;/span&gt;" style="text;html=1;align=left;verticalAlign=middle;spacingLeft=4;spacingRight=4;overflow=hidden;rotatable=0;points=[[0,0.5],[1,0.5]];portConstraint=eastwest;fontColor=#000000;strokeColor=none;" vertex="1" parent="297">
-                     <mxGeometry y="630" width="220" height="20" as="geometry"/>
                </mxCell>
                <mxCell id="432" value="&lt;span&gt;&lt;font style=&quot;color: light-dark(rgb(237, 237, 237), rgb(255, 255, 255));&quot;&gt;* Boot Mode Strapping&lt;/font&gt;&lt;/span&gt;" style="text;html=1;strokeColor=none;fillColor=none;align=left;verticalAlign=middle;whiteSpace=wrap;rounded=0;fontColor=#000000;" parent="1" vertex="1">
                    <mxGeometry x="159.55" y="820" width="200.45" height="20" as="geometry"/>
                </mxCell>
-                 <mxCell id="455" value="- No pin shown: Assume No board connection (NC) (outside of general debug headers)&lt;br&gt;- All I2C devices can share the same bus if they behave nicely, but otherwise there is a spare bus.&lt;div&gt;- All pins should have a total of two - three female headers avaialbe for debugging and modifications.&lt;/div&gt;" style="shape=note;size=20;whiteSpace=wrap;html=1;strokeColor=#000000;fontColor=#000000;fillColor=none;align=left;" parent="1" vertex="1">
+                 <mxCell id="455" value="- No pin shown: Assume No board connection (NC) (outside of general debug headers)&lt;br&gt;- All I2C devices can share the same bus if they behave nicely, but otherwise there is a spare bus.&lt;div&gt;&lt;span&gt;&lt;font style=&quot;color: light-dark(rgb(255, 255, 255), rgb(255, 255, 255));&quot;&gt;- All pins should have a total of two - three female headers avaialbe for debugging and modifications, including any stacking headers.&lt;/font&gt;&lt;/span&gt;&lt;/div&gt;" style="shape=note;size=20;whiteSpace=wrap;html=1;strokeColor=#000000;fontColor=#000000;fillColor=none;align=left;" parent="1" vertex="1">
                    <mxGeometry x="30" y="1020" width="790" height="50" as="geometry"/>
                </mxCell>
                <mxCell id="720" value="B: RST" style="text;html=1;strokeColor=#000000;fillColor=none;align=center;verticalAlign=middle;whiteSpace=wrap;rounded=0;fontColor=#000000;rotation=90;" parent="1" vertex="1">
                    <mxGeometry x="203.32" y="424.69" width="62.61" height="29.37" as="geometry"/>
                </mxCell>
                <mxCell id="721" value="B: BOOT" style="text;html=1;strokeColor=#000000;fillColor=none;align=center;verticalAlign=middle;whiteSpace=wrap;rounded=0;fontColor=#000000;rotation=90;" parent="1" vertex="1">
                    <mxGeometry x="205.55" y="544.45" width="57.68" height="28.9" as="geometry"/>
                </mxCell>
                <mxCell id="724" value="BAT" style="text;html=1;strokeColor=#000000;fillColor=none;align=center;verticalAlign=middle;whiteSpace=wrap;rounded=0;fontColor=#000000;rotation=0;" parent="1" vertex="1">
                    <mxGeometry x="320" y="89.37" width="40.54" height="20.63" as="geometry"/>
                </mxCell>
                <mxCell id="725" value="GND" style="text;html=1;strokeColor=#000000;fillColor=none;align=center;verticalAlign=middle;whiteSpace=wrap;rounded=0;fontColor=#000000;rotation=-90;" parent="1" vertex="1">
                    <mxGeometry x="119.66" y="449.37" width="40" height="20" as="geometry"/>
                </mxCell>
                <mxCell id="727" value="" style="line;strokeWidth=2;html=1;strokeColor=#000000;fontColor=#000000;" parent="1" vertex="1">
                    <mxGeometry x="149.66" y="454.37" width="10" height="10" as="geometry"/>
                </mxCell>
                <mxCell id="731" value="SPI" style="text;html=1;strokeColor=#000000;fillColor=none;align=center;verticalAlign=middle;whiteSpace=wrap;rounded=0;fontColor=#000000;rotation=-90;" parent="1" vertex="1">
                    <mxGeometry x="149.98" y="130" width="119.96" height="20" as="geometry"/>
                </mxCell>
                <mxCell id="741" value="Antenna" style="text;html=1;strokeColor=#000000;fillColor=none;align=center;verticalAlign=middle;whiteSpace=wrap;rounded=0;fontColor=#000000;" parent="1" vertex="1">
                    <mxGeometry x="300.26" y="790" width="50" height="20" as="geometry"/>
                </mxCell>
                <mxCell id="750" value="GND" style="text;html=1;strokeColor=#000000;fillColor=none;align=center;verticalAlign=middle;whiteSpace=wrap;rounded=0;fontColor=#000000;" parent="1" vertex="1">
                    <mxGeometry x="319.32" y="129.37" width="40" height="20" as="geometry"/>
                </mxCell>
                <mxCell id="751" value="GND" style="text;html=1;strokeColor=#000000;fillColor=none;align=center;verticalAlign=middle;whiteSpace=wrap;rounded=0;fontColor=#000000;rotation=-90;" parent="1" vertex="1">
                    <mxGeometry x="361.22" y="129.37" width="40" height="20" as="geometry"/>
                </mxCell>
                <mxCell id="755" value="" style="line;strokeWidth=2;html=1;strokeColor=#000000;fontColor=#000000;" parent="1" vertex="1">
                    <mxGeometry x="360.54" y="134.37" width="10" height="10" as="geometry"/>
                </mxCell>
                <mxCell id="769" value="16_A15_&lt;br&gt;ADC2_5" style="text;html=1;strokeColor=#000000;fillColor=none;align=center;verticalAlign=middle;whiteSpace=wrap;rounded=0;fontColor=#000000;" parent="1" vertex="1">
                    <mxGeometry x="300" y="559.37" width="59.32" height="40" as="geometry"/>
                </mxCell>
                <mxCell id="770" value="13_AD12_&lt;br&gt;ADC2_2&lt;span style=&quot;font-family: monospace; font-size: 0px; text-align: start; text-wrap-mode: nowrap;&quot;&gt;%3CmxGraphModel%3E%3Croot%3E%3CmxCell%20id%3D%220%22%2F%3E%3CmxCell%20id%3D%221%22%20parent%3D%220%22%2F%3E%3CmxCell%20id%3D%222%22%20value%3D%2215_A15_%26lt%3Bbr%26gt%3BADC2_4%22%20style%3D%22text%3Bhtml%3D1%3BstrokeColor%3D%23000000%3BfillColor%3Dnone%3Balign%3Dcenter%3BverticalAlign%3Dmiddle%3BwhiteSpace%3Dwrap%3Brounded%3D0%3BfontColor%3D%23000000%3B%22%20vertex%3D%221%22%20parent%3D%221%22%3E%3CmxGeometry%20x%3D%22251.82%22%20y%3D%22599.37%22%20width%3D%2289.4%22%20height%3D%2240%22%20as%3D%22geometry%22%2F%3E%3C%2FmxCell%3E%3C%2Froot%3E%3C%2FmxGraphModel%3E&lt;/span&gt;" style="text;html=1;strokeColor=#000000;fillColor=none;align=center;verticalAlign=middle;whiteSpace=wrap;rounded=0;fontColor=#000000;" parent="1" vertex="1">
                    <mxGeometry x="300" y="680.63" width="61.22" height="40" as="geometry"/>
                </mxCell>
                <mxCell id="847" value="RESERVED&lt;div&gt;(SD Card)&lt;/div&gt;" style="text;html=1;strokeColor=#000000;fillColor=none;align=center;verticalAlign=middle;whiteSpace=wrap;rounded=0;fontColor=#000000;rotation=-90;" parent="1" vertex="1">
                    <mxGeometry x="54.51" y="135.12" width="149.32" height="39.37" as="geometry"/>
                </mxCell>
                <mxCell id="853" value="" style="group" parent="1" vertex="1" connectable="0">
                    <mxGeometry x="359.32000000000005" y="170" width="41.21999999999997" height="20" as="geometry"/>
                </mxCell>
                <mxCell id="202" value="NC" style="text;html=1;strokeColor=#B7B7B7;fillColor=none;align=center;verticalAlign=middle;whiteSpace=wrap;rounded=0;fontColor=#B7B7B7;" parent="853" vertex="1">
                    <mxGeometry x="10.919999999999959" width="30.3" height="20" as="geometry"/>
                </mxCell>
                <mxCell id="203" value="" style="line;strokeWidth=2;html=1;strokeColor=#B7B7B7;fontColor=#000000;" parent="853" vertex="1">
                    <mxGeometry y="4.3700000000000045" width="10" height="10" as="geometry"/>
                </mxCell>
                <mxCell id="854" value="" style="group" parent="1" vertex="1" connectable="0">
                    <mxGeometry x="360.00000000000006" y="89.37" width="41.21999999999997" height="20" as="geometry"/>
                </mxCell>
                <mxCell id="855" value="NC" style="text;html=1;strokeColor=#B7B7B7;fillColor=none;align=center;verticalAlign=middle;whiteSpace=wrap;rounded=0;fontColor=#B7B7B7;" parent="854" vertex="1">
                    <mxGeometry x="10.919999999999959" width="30.3" height="20" as="geometry"/>
                </mxCell>
                <mxCell id="856" value="" style="line;strokeWidth=2;html=1;strokeColor=#B7B7B7;fontColor=#000000;" parent="854" vertex="1">
                    <mxGeometry y="4.3700000000000045" width="10" height="10" as="geometry"/>
                </mxCell>
                <mxCell id="894" value="2_A1_&lt;br&gt;ADC1_1" style="text;html=1;strokeColor=#000000;fillColor=none;align=center;verticalAlign=middle;whiteSpace=wrap;rounded=0;fontColor=#000000;" parent="1" vertex="1">
                    <mxGeometry x="300" y="279.37" width="60" height="40" as="geometry"/>
                </mxCell>
                <mxCell id="895" value="3_A2_&lt;br&gt;ADC1_2^" style="text;html=1;strokeColor=#000000;fillColor=none;align=center;verticalAlign=middle;whiteSpace=wrap;rounded=0;fontColor=#000000;" parent="1" vertex="1">
                    <mxGeometry x="300" y="319.37" width="60.2" height="40" as="geometry"/>
                </mxCell>
                <mxCell id="896" value="&lt;span&gt;&lt;font style=&quot;color: light-dark(rgb(237, 237, 237), rgb(255, 255, 255));&quot;&gt;4_A3_&lt;br&gt;ADC1_3&lt;/font&gt;&lt;/span&gt;" style="text;html=1;strokeColor=#000000;fillColor=none;align=center;verticalAlign=middle;whiteSpace=wrap;rounded=0;fontColor=#000000;" parent="1" vertex="1">
                    <mxGeometry x="300" y="359.37" width="59.67" height="40" as="geometry"/>
                </mxCell>
                <mxCell id="897" value="3V3" style="text;html=1;strokeColor=#000000;fillColor=none;align=center;verticalAlign=middle;whiteSpace=wrap;rounded=0;fontColor=#000000;" parent="1" vertex="1">
                    <mxGeometry x="320" y="210" width="40.61" height="20" as="geometry"/>
                </mxCell>
                <mxCell id="898" value="0*" style="text;html=1;strokeColor=#000000;fillColor=none;align=center;verticalAlign=middle;whiteSpace=wrap;rounded=0;fontColor=#000000;" parent="1" vertex="1">
                    <mxGeometry x="320" y="489.37" width="40.61" height="20" as="geometry"/>
                </mxCell>
                <mxCell id="903" value="3V3_LDO2" style="text;html=1;strokeColor=#000000;fillColor=none;align=center;verticalAlign=middle;whiteSpace=wrap;rounded=0;fontColor=#000000;" parent="1" vertex="1">
                    <mxGeometry x="300" y="529.37" width="60.61" height="20" as="geometry"/>
                </mxCell>
                <mxCell id="904" value="3V3" style="text;html=1;strokeColor=#000000;fillColor=none;align=center;verticalAlign=middle;whiteSpace=wrap;rounded=0;fontColor=#000000;" parent="1" vertex="1">
                    <mxGeometry x="370.54" y="530" width="40" height="20" as="geometry"/>
                </mxCell>
                <mxCell id="905" value="" style="line;strokeWidth=2;html=1;strokeColor=#000000;fontColor=#000000;" parent="1" vertex="1">
                    <mxGeometry x="361.2199999999999" y="534.37" width="10" height="10" as="geometry"/>
                </mxCell>
                <mxCell id="908" value="15_A15_&lt;br&gt;ADC2_4" style="text;html=1;strokeColor=#000000;fillColor=none;align=center;verticalAlign=middle;whiteSpace=wrap;rounded=0;fontColor=#000000;" parent="1" vertex="1">
                    <mxGeometry x="300" y="599.37" width="61.22" height="40" as="geometry"/>
                </mxCell>
                <mxCell id="909" value="14_A13_&lt;br&gt;ADC2_3" style="text;html=1;strokeColor=#000000;fillColor=none;align=center;verticalAlign=middle;whiteSpace=wrap;rounded=0;fontColor=#000000;" parent="1" vertex="1">
                    <mxGeometry x="300" y="640.63" width="61.22" height="40" as="geometry"/>
                </mxCell>
                <mxCell id="910" value="12_AD11_&lt;br&gt;ADC2_1&lt;span style=&quot;font-family: monospace; font-size: 0px; text-align: start; text-wrap-mode: nowrap;&quot;&gt;%3CmxGraphModel%3E%3Croot%3E%3CmxCell%20id%3D%220%22%2F%3E%3CmxCell%20id%3D%221%22%20parent%3D%220%22%2F%3E%3CmxCell%20id%3D%222%22%20value%3D%2215_A15_%26lt%3Bbr%26gt%3BADC2_4%22%20style%3D%22text%3Bhtml%3D1%3BstrokeColor%3D%23000000%3BfillColor%3Dnone%3Balign%3Dcenter%3BverticalAlign%3Dmiddle%3BwhiteSpace%3Dwrap%3Brounded%3D0%3BfontColor%3D%23000000%3B%22%20vertex%3D%221%22%20parent%3D%221%22%3E%3CmxGeometry%20x%3D%22251.82%22%20y%3D%22599.37%22%20width%3D%2289.4%22%20height%3D%2240%22%20as%3D%22geometry%22%2F%3E%3C%2FmxCell%3E%3C%2Froot%3E%3C%2FmxGraphModel%3E&lt;/span&gt;" style="text;html=1;strokeColor=#000000;fillColor=none;align=center;verticalAlign=middle;whiteSpace=wrap;rounded=0;fontColor=#000000;" parent="1" vertex="1">
                    <mxGeometry x="300" y="720" width="60" height="40" as="geometry"/>
                </mxCell>
                <mxCell id="911" value="u.FL" style="text;html=1;strokeColor=#000000;fillColor=none;align=center;verticalAlign=middle;whiteSpace=wrap;rounded=0;fontColor=#000000;" parent="1" vertex="1">
                    <mxGeometry x="200" y="800" width="40.07" height="20" as="geometry"/>
                </mxCell>
                <mxCell id="912" value="VBat" style="text;html=1;strokeColor=#000000;fillColor=none;align=center;verticalAlign=middle;whiteSpace=wrap;rounded=0;fontColor=#000000;rotation=90;" parent="1" vertex="1">
                    <mxGeometry x="149.98" y="780" width="39.46" height="20" as="geometry"/>
                </mxCell>
                <mxCell id="916" value="&lt;font style=&quot;color: light-dark(rgb(0, 0, 0), rgb(255, 255, 255));&quot;&gt;9_SCL_&lt;/font&gt;&lt;div&gt;&lt;font style=&quot;color: light-dark(rgb(0, 0, 0), rgb(255, 255, 255));&quot;&gt;ADC1_8&lt;/font&gt;&lt;/div&gt;" style="text;html=1;strokeColor=#000000;fillColor=none;align=center;verticalAlign=middle;whiteSpace=wrap;rounded=0;fontColor=#000000;" parent="1" vertex="1">
                    <mxGeometry x="159.93" y="240" width="50.07" height="40" as="geometry"/>
                </mxCell>
                <mxCell id="917" value="8_SDA_&lt;div&gt;&lt;font style=&quot;color: light-dark(rgb(0, 0, 0), rgb(255, 255, 255));&quot;&gt;ADC1_7&lt;/font&gt;&lt;/div&gt;" style="text;html=1;strokeColor=#000000;fillColor=none;align=center;verticalAlign=middle;whiteSpace=wrap;rounded=0;fontColor=#000000;" parent="1" vertex="1">
                    <mxGeometry x="160.54" y="280" width="49.46" height="40" as="geometry"/>
                </mxCell>
                <mxCell id="918" value="&lt;div&gt;&lt;font style=&quot;color: light-dark(rgb(0, 0, 0), rgb(255, 255, 255));&quot;&gt;SCL&lt;/font&gt;&lt;/div&gt;&lt;div&gt;&lt;font style=&quot;color: light-dark(rgb(0, 0, 0), rgb(255, 255, 255));&quot;&gt;SDA&lt;/font&gt;&lt;/div&gt;&lt;div&gt;&lt;font style=&quot;color: light-dark(rgb(0, 0, 0), rgb(255, 255, 255));&quot;&gt;3V3&lt;br&gt;GND&lt;/font&gt;&lt;/div&gt;" style="text;html=1;strokeColor=#000000;fillColor=none;align=center;verticalAlign=middle;whiteSpace=wrap;rounded=0;fontColor=#000000;" parent="1" vertex="1">
                    <mxGeometry x="220" y="330.32" width="29.39" height="59.68" as="geometry"/>
                </mxCell>
                <mxCell id="919" value="7_&lt;br&gt;ADC1_6" style="text;html=1;strokeColor=#000000;fillColor=none;align=center;verticalAlign=middle;whiteSpace=wrap;rounded=0;fontColor=#000000;" parent="1" vertex="1">
                    <mxGeometry x="160.54000000000002" y="320.32" width="50.07" height="40" as="geometry"/>
                </mxCell>
                <mxCell id="920" value="6_&lt;br&gt;ADC1_6" style="text;html=1;strokeColor=#000000;fillColor=none;align=center;verticalAlign=middle;whiteSpace=wrap;rounded=0;fontColor=#000000;" parent="1" vertex="1">
                    <mxGeometry x="160.54000000000002" y="360.32" width="50.07" height="40" as="geometry"/>
                </mxCell>
                <mxCell id="921" value="I2C" style="text;html=1;strokeColor=#000000;fillColor=none;align=center;verticalAlign=middle;whiteSpace=wrap;rounded=0;fontColor=#000000;rotation=-90;" parent="1" vertex="1">
                    <mxGeometry x="179.98" y="269.98" width="80" height="20" as="geometry"/>
                </mxCell>
                <mxCell id="922" value="GND" style="text;html=1;strokeColor=#000000;fillColor=none;align=center;verticalAlign=middle;whiteSpace=wrap;rounded=0;fontColor=#000000;" parent="1" vertex="1">
                    <mxGeometry x="160.54" y="449.37" width="39.46" height="20" as="geometry"/>
                </mxCell>
                <mxCell id="924" value="" style="group" parent="1" vertex="1" connectable="0">
                    <mxGeometry x="68.67000000000002" y="219.37" width="90.88000000000001" height="100.63" as="geometry"/>
                </mxCell>
                <mxCell id="735" value="" style="group" parent="924" vertex="1" connectable="0">
                    <mxGeometry x="0.8800000000000026" width="90" height="100.63" as="geometry"/>
                </mxCell>
                <mxCell id="505" value="" style="line;strokeWidth=2;html=1;strokeColor=#000000;fontColor=#000000;" parent="735" vertex="1">
                    <mxGeometry x="50" y="35" width="40" height="10" as="geometry"/>
                </mxCell>
                <mxCell id="590" value="" style="rounded=0;whiteSpace=wrap;html=1;fillColor=none;strokeColor=#000000;fontColor=#000000;container=0;" parent="735" vertex="1">
                    <mxGeometry y="20.629999999999995" width="50" height="80" as="geometry"/>
                </mxCell>
                <mxCell id="592" value="SCL" style="text;html=1;strokeColor=#000000;fillColor=none;align=center;verticalAlign=middle;whiteSpace=wrap;rounded=0;fontColor=#000000;container=0;" parent="735" vertex="1">
                    <mxGeometry x="10" y="30.629999999999995" width="40" height="20" as="geometry"/>
                </mxCell>
                <mxCell id="593" value="SDA" style="text;html=1;strokeColor=#000000;fillColor=none;align=center;verticalAlign=middle;whiteSpace=wrap;rounded=0;fontColor=#000000;container=0;" parent="735" vertex="1">
                    <mxGeometry x="10" y="70.63" width="40" height="20" as="geometry"/>
                </mxCell>
                <mxCell id="925" value="JTAG" style="text;html=1;strokeColor=#000000;fillColor=none;align=center;verticalAlign=middle;whiteSpace=wrap;rounded=0;fontColor=#000000;rotation=-90;" parent="1" vertex="1">
                    <mxGeometry x="159.97" y="670" width="139.94" height="20" as="geometry"/>
                </mxCell>
                <mxCell id="941" value="" style="group" parent="1" vertex="1" connectable="0">
                    <mxGeometry x="50" y="600" width="111.67" height="185" as="geometry"/>
                </mxCell>
                <mxCell id="773" value="" style="rounded=0;whiteSpace=wrap;html=1;fillColor=none;strokeColor=#000000;fontColor=#000000;container=0;" parent="941" vertex="1">
                    <mxGeometry width="70" height="160" as="geometry"/>
                </mxCell>
                <mxCell id="776" value="MTMS" style="text;html=1;strokeColor=#000000;fillColor=none;align=center;verticalAlign=middle;whiteSpace=wrap;rounded=0;fontColor=#000000;container=0;" parent="941" vertex="1">
                    <mxGeometry y="130" width="70" height="20" as="geometry"/>
                </mxCell>
                <mxCell id="777" value="MTCK" style="text;html=1;strokeColor=#000000;fillColor=none;align=center;verticalAlign=middle;whiteSpace=wrap;rounded=0;fontColor=#000000;container=0;" parent="941" vertex="1">
                    <mxGeometry y="50" width="70" height="20" as="geometry"/>
                </mxCell>
                <mxCell id="778" value="MTDO" style="text;html=1;strokeColor=#000000;fillColor=none;align=center;verticalAlign=middle;whiteSpace=wrap;rounded=0;fontColor=#000000;container=0;" parent="941" vertex="1">
                    <mxGeometry y="10" width="70" height="20" as="geometry"/>
                </mxCell>
                <mxCell id="783" value="MTDI" style="text;html=1;strokeColor=#000000;fillColor=none;align=center;verticalAlign=middle;whiteSpace=wrap;rounded=0;fontColor=#000000;container=0;" parent="941" vertex="1">
                    <mxGeometry y="90" width="70" height="20" as="geometry"/>
                </mxCell>
                <mxCell id="787" value="JTAG Header" style="text;html=1;strokeColor=none;fillColor=none;align=left;verticalAlign=middle;whiteSpace=wrap;rounded=0;fontColor=#000000;container=0;" parent="941" vertex="1">
                    <mxGeometry y="160" width="80" height="25" as="geometry"/>
                </mxCell>
                <mxCell id="534" value="" style="line;strokeWidth=2;html=1;strokeColor=#000000;fontColor=#000000;" parent="941" vertex="1">
                    <mxGeometry x="69.55" y="15" width="39.55" height="10" as="geometry"/>
                </mxCell>
                <mxCell id="938" value="" style="line;strokeWidth=2;html=1;strokeColor=#000000;fontColor=#000000;" parent="941" vertex="1">
                    <mxGeometry x="69.55" y="95.63" width="40" height="10" as="geometry"/>
                </mxCell>
                <mxCell id="939" value="" style="line;strokeWidth=2;html=1;strokeColor=#000000;fontColor=#000000;" parent="941" vertex="1">
                    <mxGeometry x="70" y="135" width="39.55" height="10" as="geometry"/>
                </mxCell>
                <mxCell id="949" value="&lt;span style=&quot;font-family: monospace; font-size: 0px; text-align: start; background-color: rgb(27, 29, 30);&quot;&gt;%3CmxGraphModel%3E%3Croot%3E%3CmxCell%20id%3D%220%22%2F%3E%3CmxCell%20id%3D%221%22%20parent%3D%220%22%2F%3E%3CmxCell%20id%3D%222%22%20value%3D%22%22%20style%3D%22group%22%20vertex%3D%221%22%20connectable%3D%220%22%20parent%3D%221%22%3E%3CmxGeometry%20x%3D%2248.67000000000001%22%20y%3D%22219.37%22%20width%3D%2290.88000000000001%22%20height%3D%22100.63%22%20as%3D%22geometry%22%2F%3E%3C%2FmxCell%3E%3CmxCell%20id%3D%223%22%20value%3D%22%22%20style%3D%22group%22%20vertex%3D%221%22%20connectable%3D%220%22%20parent%3D%222%22%3E%3CmxGeometry%20x%3D%220.8800000000000026%22%20width%3D%2290%22%20height%3D%22100.63%22%20as%3D%22geometry%22%2F%3E%3C%2FmxCell%3E%3CmxCell%20id%3D%224%22%20value%3D%22%22%20style%3D%22line%3BstrokeWidth%3D2%3Bhtml%3D1%3BstrokeColor%3D%23000000%3BfontColor%3D%23000000%3B%22%20vertex%3D%221%22%20parent%3D%223%22%3E%3CmxGeometry%20x%3D%2250%22%20y%3D%2235%22%20width%3D%2240%22%20height%3D%2210%22%20as%3D%22geometry%22%2F%3E%3C%2FmxCell%3E%3CmxCell%20id%3D%225%22%20value%3D%22%22%20style%3D%22line%3BstrokeWidth%3D2%3Bhtml%3D1%3BstrokeColor%3D%23000000%3BfontColor%3D%23000000%3B%22%20vertex%3D%221%22%20parent%3D%223%22%3E%3CmxGeometry%20x%3D%2250%22%20y%3D%2275.63%22%20width%3D%2240%22%20height%3D%2210%22%20as%3D%22geometry%22%2F%3E%3C%2FmxCell%3E%3CmxCell%20id%3D%226%22%20value%3D%22%22%20style%3D%22rounded%3D0%3BwhiteSpace%3Dwrap%3Bhtml%3D1%3BfillColor%3Dnone%3BstrokeColor%3D%23000000%3BfontColor%3D%23000000%3Bcontainer%3D0%3B%22%20vertex%3D%221%22%20parent%3D%223%22%3E%3CmxGeometry%20y%3D%2220.629999999999995%22%20width%3D%2250%22%20height%3D%2280%22%20as%3D%22geometry%22%2F%3E%3C%2FmxCell%3E%3CmxCell%20id%3D%227%22%20value%3D%22SCL%22%20style%3D%22text%3Bhtml%3D1%3BstrokeColor%3D%23000000%3BfillColor%3Dnone%3Balign%3Dcenter%3BverticalAlign%3Dmiddle%3BwhiteSpace%3Dwrap%3Brounded%3D0%3BfontColor%3D%23000000%3Bcontainer%3D0%3B%22%20vertex%3D%221%22%20parent%3D%223%22%3E%3CmxGeometry%20x%3D%2210%22%20y%3D%2230.629999999999995%22%20width%3D%2240%22%20height%3D%2220%22%20as%3D%22geometry%22%2F%3E%3C%2FmxCell%3E%3CmxCell%20id%3D%228%22%20value%3D%22SDA%22%20style%3D%22text%3Bhtml%3D1%3BstrokeColor%3D%23000000%3BfillColor%3Dnone%3Balign%3Dcenter%3BverticalAlign%3Dmiddle%3BwhiteSpace%3Dwrap%3Brounded%3D0%3BfontColor%3D%23000000%3Bcontainer%3D0%3B%22%20vertex%3D%221%22%20parent%3D%223%22%3E%3CmxGeometry%20x%3D%2210%22%20y%3D%2270.63%22%20width%3D%2240%22%20height%3D%2220%22%20as%3D%22geometry%22%2F%3E%3C%2FmxCell%3E%3CmxCell%20id%3D%229%22%20value%3D%22I2C%20Bus%22%20style%3D%22text%3Bhtml%3D1%3BstrokeColor%3Dnone%3BfillColor%3Dnone%3Balign%3Dleft%3BverticalAlign%3Dmiddle%3BwhiteSpace%3Dwrap%3Brounded%3D0%3BfontColor%3D%23000000%3Bcontainer%3D0%3B%22%20vertex%3D%221%22%20parent%3D%222%22%3E%3CmxGeometry%20y%3D%220.6299999999999955%22%20width%3D%2250%22%20height%3D%2220%22%20as%3D%22geometry%22%2F%3E%3C%2FmxCell%3E%3C%2Froot%3E%3C%2FmxGraphModel%3E&lt;/span&gt;" style="line;strokeWidth=2;html=1;strokeColor=#000000;fontColor=#000000;" parent="941" vertex="1">
                    <mxGeometry x="70" y="54.99999999999997" width="39.55" height="10" as="geometry"/>
                </mxCell>
                <mxCell id="944" value="" style="group" parent="1" vertex="1" connectable="0">
                    <mxGeometry x="159.55" y="580" width="60.45000000000002" height="140" as="geometry"/>
                </mxCell>
                <mxCell id="737" value="39_MTCK" style="text;html=1;strokeColor=#000000;fillColor=none;align=center;verticalAlign=middle;whiteSpace=wrap;rounded=0;fontColor=#000000;" parent="944" vertex="1">
                    <mxGeometry x="0.10999999999998522" y="30" width="60.34" height="20" as="geometry"/>
                </mxCell>
                <mxCell id="926" value="40_MTDO" style="text;html=1;strokeColor=#000000;fillColor=none;align=center;verticalAlign=middle;whiteSpace=wrap;rounded=0;fontColor=#000000;" parent="944" vertex="1">
                    <mxGeometry y="69.37" width="60.34" height="20" as="geometry"/>
                </mxCell>
                <mxCell id="928" value="41_MTDI" style="text;html=1;strokeColor=#000000;fillColor=none;align=center;verticalAlign=middle;whiteSpace=wrap;rounded=0;fontColor=#000000;" parent="944" vertex="1">
                    <mxGeometry y="109.97000000000003" width="60.34" height="20" as="geometry"/>
                </mxCell>
                <mxCell id="929" value="42_MTMS" style="text;html=1;strokeColor=#000000;fillColor=none;align=center;verticalAlign=middle;whiteSpace=wrap;rounded=0;fontColor=#000000;" parent="944" vertex="1">
                    <mxGeometry x="0.11000000000001364" y="150" width="60.34" height="20" as="geometry"/>
                </mxCell>
                <mxCell id="123" value="38" style="text;html=1;strokeColor=#000000;fillColor=none;align=center;verticalAlign=middle;whiteSpace=wrap;rounded=0;fontColor=#000000;" parent="944" vertex="1">
                    <mxGeometry x="0.10999999999998522" y="-10" width="50" height="20" as="geometry"/>
                </mxCell>
                <mxCell id="952" value="" style="group" vertex="1" connectable="0" parent="1">
                    <mxGeometry x="69.12" y="480.63" width="50.540000000000006" height="99.36999999999989" as="geometry"/>
                </mxCell>
                <mxCell id="888" value="" style="rounded=0;whiteSpace=wrap;html=1;fillColor=none;strokeColor=#000000;fontColor=#000000;container=0;" parent="952" vertex="1">
                    <mxGeometry width="50" height="80" as="geometry"/>
                </mxCell>
                <mxCell id="889" value="NOLI" style="text;html=1;strokeColor=#000000;fillColor=none;align=center;verticalAlign=middle;whiteSpace=wrap;rounded=0;fontColor=#000000;container=0;" parent="952" vertex="1">
                    <mxGeometry x="10" y="10" width="40" height="20" as="geometry"/>
                </mxCell>
                <mxCell id="890" value="LONI" style="text;html=1;strokeColor=#000000;fillColor=none;align=center;verticalAlign=middle;whiteSpace=wrap;rounded=0;fontColor=#000000;container=0;" parent="952" vertex="1">
                    <mxGeometry x="10" y="50" width="40" height="20" as="geometry"/>
                </mxCell>
                <mxCell id="891" value="UART" style="text;html=1;strokeColor=none;fillColor=none;align=left;verticalAlign=middle;whiteSpace=wrap;rounded=0;fontColor=#000000;container=0;" parent="952" vertex="1">
                    <mxGeometry x="0.5400000000000063" y="79.37" width="50" height="20" as="geometry"/>
                </mxCell>
                <mxCell id="977" value="" style="line;strokeWidth=2;html=1;strokeColor=#000000;fontColor=#000000;" vertex="1" parent="1">
                    <mxGeometry x="119.55000000000001" y="295" width="40" height="10" as="geometry"/>
                </mxCell>
                <mxCell id="978" value="" style="line;strokeWidth=2;html=1;strokeColor=#000000;fontColor=#000000;" vertex="1" parent="1">
                    <mxGeometry x="120.54" y="494.37" width="40" height="10" as="geometry"/>
                </mxCell>
                <mxCell id="979" value="" style="line;strokeWidth=2;html=1;strokeColor=#000000;fontColor=#000000;" vertex="1" parent="1">
                    <mxGeometry x="119.55000000000001" y="534.37" width="40" height="10" as="geometry"/>
                </mxCell>
                <mxCell id="998" value="" style="rounded=0;whiteSpace=wrap;html=1;fillColor=none;strokeColor=#000000;fontColor=#000000;" vertex="1" parent="1">
                    <mxGeometry x="371.22" y="200.63" width="58.78" height="40" as="geometry"/>
                </mxCell>
                <mxCell id="1009" value="" style="group" vertex="1" connectable="0" parent="1">
                    <mxGeometry x="59.99999999999999" y="880" width="240" height="100" as="geometry"/>
                </mxCell>
                <mxCell id="1010" value="Power (IV) Sensor (Incomplete)" style="text;html=1;strokeColor=none;fillColor=none;align=left;verticalAlign=middle;whiteSpace=wrap;rounded=0;fontColor=#000000;container=0;" vertex="1" parent="1009">
                    <mxGeometry x="60" width="180" height="20" as="geometry"/>
                </mxCell>
                <mxCell id="1011" value="" style="line;strokeWidth=2;html=1;strokeColor=#000000;fontColor=#000000;container=0;" vertex="1" parent="1009">
                    <mxGeometry x="50" y="35" width="10" height="10" as="geometry"/>
                </mxCell>
                <mxCell id="1012" value="" style="line;strokeWidth=2;html=1;strokeColor=#000000;fontColor=#000000;container=0;" vertex="1" parent="1009">
                    <mxGeometry x="50" y="75" width="10" height="10" as="geometry"/>
                </mxCell>
                <mxCell id="1013" value="" style="rounded=0;whiteSpace=wrap;html=1;fillColor=none;strokeColor=#000000;fontColor=#000000;container=0;" vertex="1" parent="1009">
                    <mxGeometry x="60" y="20" width="110" height="80" as="geometry"/>
                </mxCell>
                <mxCell id="1014" value="VDD3V3" style="text;html=1;strokeColor=#000000;fillColor=none;align=center;verticalAlign=middle;whiteSpace=wrap;rounded=0;fontColor=#000000;container=0;" vertex="1" parent="1009">
                    <mxGeometry x="120" y="30" width="50" height="20" as="geometry"/>
                </mxCell>
                <mxCell id="1015" value="GND" style="text;html=1;strokeColor=#000000;fillColor=none;align=center;verticalAlign=middle;whiteSpace=wrap;rounded=0;fontColor=#000000;container=0;" vertex="1" parent="1009">
                    <mxGeometry x="120" y="70" width="50" height="20" as="geometry"/>
                </mxCell>
                <mxCell id="1016" value="SDA" style="text;html=1;strokeColor=#000000;fillColor=none;align=center;verticalAlign=middle;whiteSpace=wrap;rounded=0;fontColor=#000000;container=0;" vertex="1" parent="1009">
                    <mxGeometry x="60" y="30" width="50" height="20" as="geometry"/>
                </mxCell>
                <mxCell id="1017" value="SCL" style="text;html=1;strokeColor=#000000;fillColor=none;align=center;verticalAlign=middle;whiteSpace=wrap;rounded=0;fontColor=#000000;container=0;" vertex="1" parent="1009">
                    <mxGeometry x="60" y="70" width="50" height="20" as="geometry"/>
                </mxCell>
                <mxCell id="1018" value="GND" style="text;html=1;strokeColor=#000000;fillColor=none;align=center;verticalAlign=middle;whiteSpace=wrap;rounded=0;fontColor=#000000;container=0;rotation=-90;" vertex="1" parent="1009">
                    <mxGeometry x="170" y="70" width="40" height="20" as="geometry"/>
                </mxCell>
                <mxCell id="1019" value="3V3" style="text;html=1;strokeColor=#000000;fillColor=none;align=center;verticalAlign=middle;whiteSpace=wrap;rounded=0;fontColor=#000000;container=0;" vertex="1" parent="1009">
                    <mxGeometry x="180" y="30" width="40" height="20" as="geometry"/>
                </mxCell>
                <mxCell id="1020" value="" style="line;strokeWidth=2;html=1;strokeColor=#000000;fontColor=#000000;container=0;" vertex="1" parent="1009">
                    <mxGeometry x="170" y="35" width="10" height="10" as="geometry"/>
                </mxCell>
                <mxCell id="1021" value="" style="line;strokeWidth=2;html=1;strokeColor=#000000;fontColor=#000000;container=0;" vertex="1" parent="1009">
                    <mxGeometry x="170" y="75" width="10" height="10" as="geometry"/>
                </mxCell>
                <mxCell id="1022" value="" style="rounded=0;whiteSpace=wrap;html=1;fillColor=none;strokeColor=#000000;fontColor=#000000;container=0;" vertex="1" parent="1009">
                    <mxGeometry y="20" width="50" height="80" as="geometry"/>
                </mxCell>
                <mxCell id="1023" value="I2C Bus" style="text;html=1;strokeColor=none;fillColor=none;align=left;verticalAlign=middle;whiteSpace=wrap;rounded=0;fontColor=#000000;container=0;" vertex="1" parent="1009">
                    <mxGeometry width="50" height="20" as="geometry"/>
                </mxCell>
                <mxCell id="1024" value="SDA" style="text;html=1;strokeColor=#000000;fillColor=none;align=center;verticalAlign=middle;whiteSpace=wrap;rounded=0;fontColor=#000000;container=0;" vertex="1" parent="1009">
                    <mxGeometry x="10" y="30" width="40" height="20" as="geometry"/>
                </mxCell>
                <mxCell id="1025" value="SCL" style="text;html=1;strokeColor=#000000;fillColor=none;align=center;verticalAlign=middle;whiteSpace=wrap;rounded=0;fontColor=#000000;container=0;" vertex="1" parent="1009">
                    <mxGeometry x="10" y="70" width="40" height="20" as="geometry"/>
                </mxCell>
                <mxCell id="1041" value="" style="group" vertex="1" connectable="0" parent="1">
                    <mxGeometry x="400" y="880" width="110.68" height="100" as="geometry"/>
                </mxCell>
                <mxCell id="1027" value="" style="rounded=0;whiteSpace=wrap;html=1;fillColor=none;strokeColor=#000000;fontColor=#000000;container=0;" vertex="1" parent="1041">
                    <mxGeometry y="20" width="50" height="80" as="geometry"/>
                </mxCell>
                <mxCell id="1028" value="ESTOP Header" style="text;html=1;strokeColor=none;fillColor=none;align=left;verticalAlign=middle;whiteSpace=wrap;rounded=0;fontColor=#000000;container=0;" vertex="1" parent="1041">
                    <mxGeometry width="110.68" height="20" as="geometry"/>
                </mxCell>
                <mxCell id="1029" value="ESTOP" style="text;html=1;strokeColor=#000000;fillColor=none;align=center;verticalAlign=middle;whiteSpace=wrap;rounded=0;fontColor=#000000;" vertex="1" parent="1041">
                    <mxGeometry y="30" width="50" height="20" as="geometry"/>
                </mxCell>
                <mxCell id="1030" value="GND" style="text;html=1;strokeColor=#000000;fillColor=none;align=center;verticalAlign=middle;whiteSpace=wrap;rounded=0;fontColor=#000000;container=0;" vertex="1" parent="1041">
                    <mxGeometry y="60" width="50" height="25" as="geometry"/>
                </mxCell>
                <mxCell id="1031" value="" style="line;strokeWidth=2;html=1;strokeColor=#000000;fontColor=#000000;container=0;" vertex="1" parent="1041">
                    <mxGeometry x="50" y="67.5" width="10" height="10" as="geometry"/>
                </mxCell>
                <mxCell id="1032" value="GND" style="text;html=1;strokeColor=#000000;fillColor=none;align=center;verticalAlign=middle;whiteSpace=wrap;rounded=0;fontColor=#000000;container=0;rotation=-90;" vertex="1" parent="1041">
                    <mxGeometry x="50" y="65" width="40" height="20" as="geometry"/>
                </mxCell>
                <mxCell id="1033" value="ESTOP" style="text;html=1;strokeColor=#000000;fillColor=none;align=center;verticalAlign=middle;whiteSpace=wrap;rounded=0;fontColor=#000000;" vertex="1" parent="1041">
                    <mxGeometry x="60" y="30" width="50" height="20" as="geometry"/>
                </mxCell>
                <mxCell id="1034" value="" style="line;strokeWidth=2;html=1;strokeColor=#000000;fontColor=#000000;container=0;" vertex="1" parent="1041">
                    <mxGeometry x="50" y="35" width="10" height="10" as="geometry"/>
                </mxCell>
                <mxCell id="1042" value="" style="group" vertex="1" connectable="0" parent="1">
                    <mxGeometry x="361.21999999999997" y="200" width="98.78000000000003" height="40.629999999999995" as="geometry"/>
                </mxCell>
                <mxCell id="112" value="" style="line;strokeWidth=2;html=1;strokeColor=#000000;fontColor=#000000;" parent="1042" vertex="1">
                    <mxGeometry y="15" width="10" height="10" as="geometry"/>
                </mxCell>
                <mxCell id="1001" value="3V3" style="text;html=1;strokeColor=#000000;fillColor=none;align=center;verticalAlign=middle;whiteSpace=wrap;rounded=0;fontColor=#000000;rotation=-90;" vertex="1" parent="1042">
                    <mxGeometry x="68.78000000000003" y="10" width="40" height="20" as="geometry"/>
                </mxCell>
                <mxCell id="1003" value="Header or Switch" style="text;html=1;strokeColor=none;fillColor=none;align=left;verticalAlign=middle;whiteSpace=wrap;rounded=0;fontColor=#000000;" vertex="1" parent="1042">
                    <mxGeometry x="9.32000000000005" width="58.78" height="40.63" as="geometry"/>
                </mxCell>
                <mxCell id="1006" value="" style="line;strokeWidth=2;html=1;strokeColor=#000000;fontColor=#000000;" vertex="1" parent="1042">
                    <mxGeometry x="68.78000000000003" y="15" width="10" height="10" as="geometry"/>
                </mxCell>
                <mxCell id="1048" value="" style="group" vertex="1" connectable="0" parent="1">
                    <mxGeometry x="120.00000000000001" y="780" width="40.30000000000004" height="20" as="geometry"/>
                </mxCell>
                <mxCell id="1047" value="" style="line;strokeWidth=2;html=1;strokeColor=#B7B7B7;fontColor=#000000;container=0;" vertex="1" parent="1048">
                    <mxGeometry x="30.30000000000004" y="5" width="10" height="10" as="geometry"/>
                </mxCell>
                <mxCell id="1046" value="NC" style="text;html=1;strokeColor=#B7B7B7;fillColor=none;align=center;verticalAlign=middle;whiteSpace=wrap;rounded=0;fontColor=#B7B7B7;" vertex="1" parent="1048">
                    <mxGeometry width="30.3" height="20" as="geometry"/>
                </mxCell>
                <mxCell id="1050" value="&lt;span style=&quot;&quot;&gt;&lt;font style=&quot;color: light-dark(rgb(0, 0, 0), rgb(255, 255, 255));&quot;&gt;May&lt;/font&gt;&lt;/span&gt;&lt;div&gt;&lt;span style=&quot;&quot;&gt;&lt;font style=&quot;color: light-dark(rgb(0, 0, 0), rgb(255, 255, 255));&quot;&gt;Need&amp;nbsp;&lt;/font&gt;&lt;/span&gt;&lt;span style=&quot;background-color: transparent;&quot;&gt;&lt;font style=&quot;color: light-dark(rgb(0, 0, 0), rgb(255, 255, 255));&quot;&gt;Caps&lt;/font&gt;&lt;/span&gt;&lt;/div&gt;" style="shape=note;size=20;whiteSpace=wrap;html=1;strokeColor=#000000;fontColor=#000000;fillColor=none;align=left;" vertex="1" parent="1">
                    <mxGeometry x="470" y="200" width="70.54" height="40" as="geometry"/>
                </mxCell>
                <mxCell id="591" value="I2C Bus" style="text;html=1;strokeColor=none;fillColor=none;align=left;verticalAlign=middle;whiteSpace=wrap;rounded=0;fontColor=#000000;container=0;" parent="1" vertex="1">
                    <mxGeometry x="69.55000000000001" y="320" width="50" height="20" as="geometry"/>
                </mxCell>
            </root>
        </mxGraphModel>
    </diagram>
</mxfile>